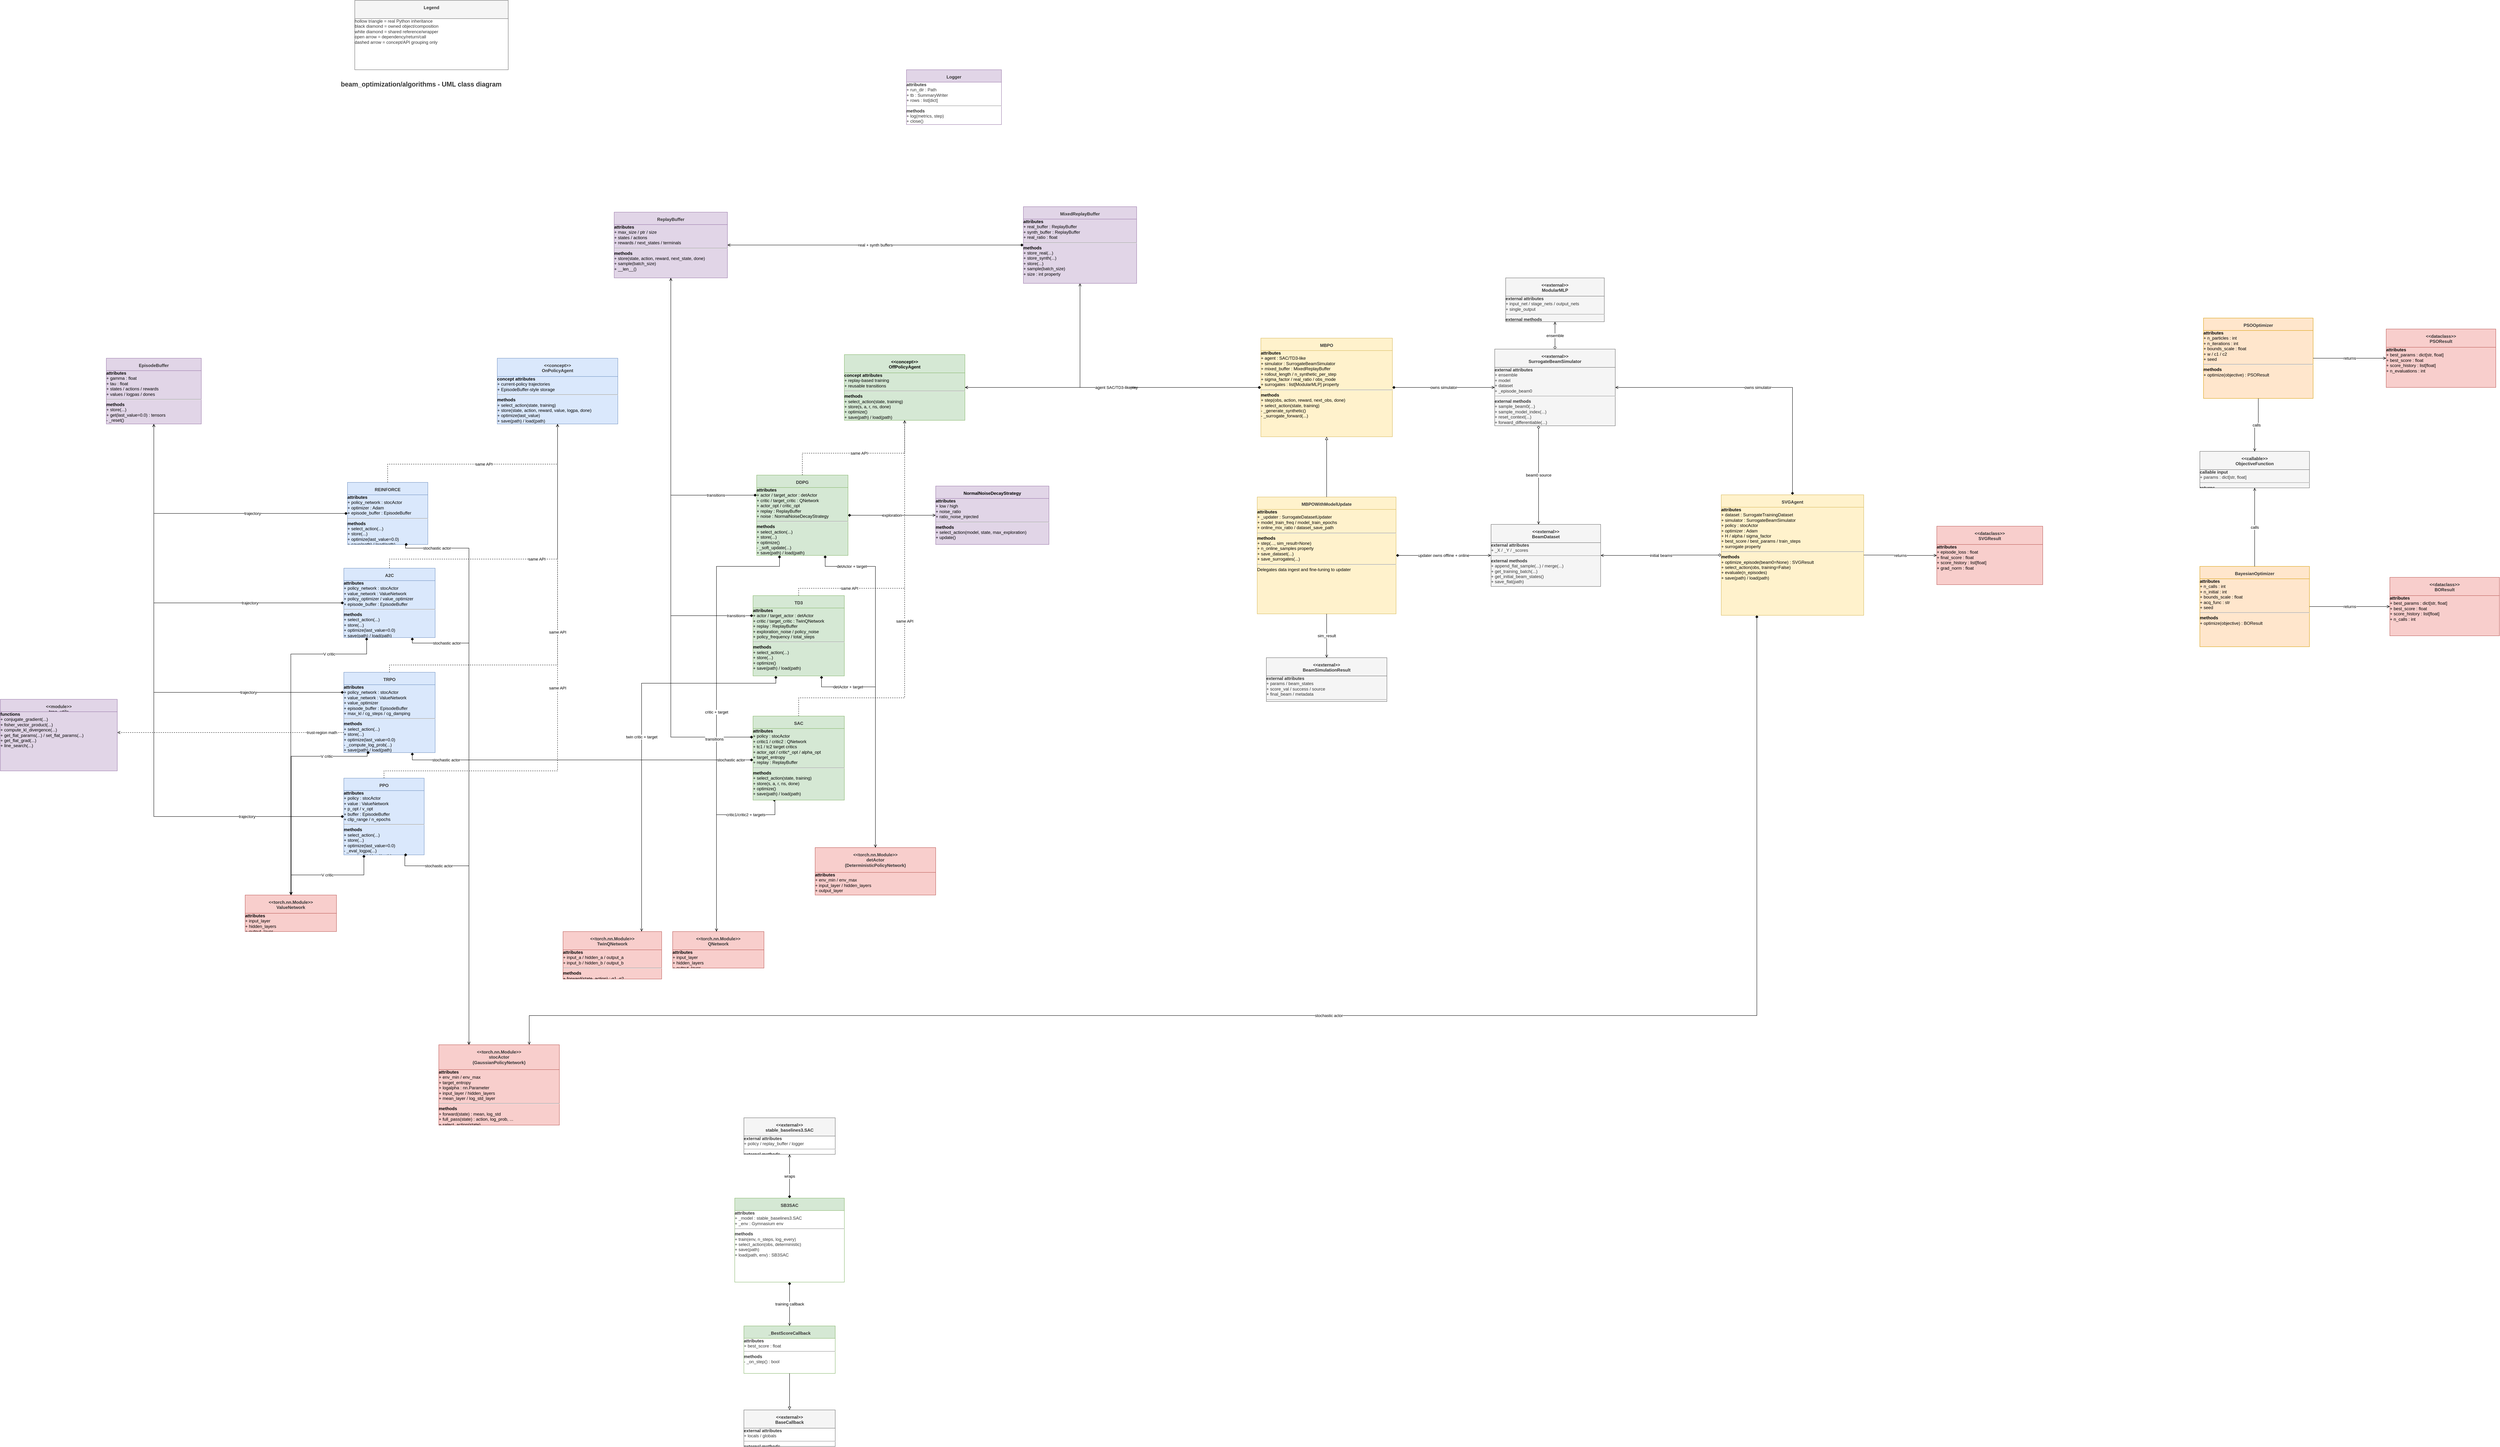
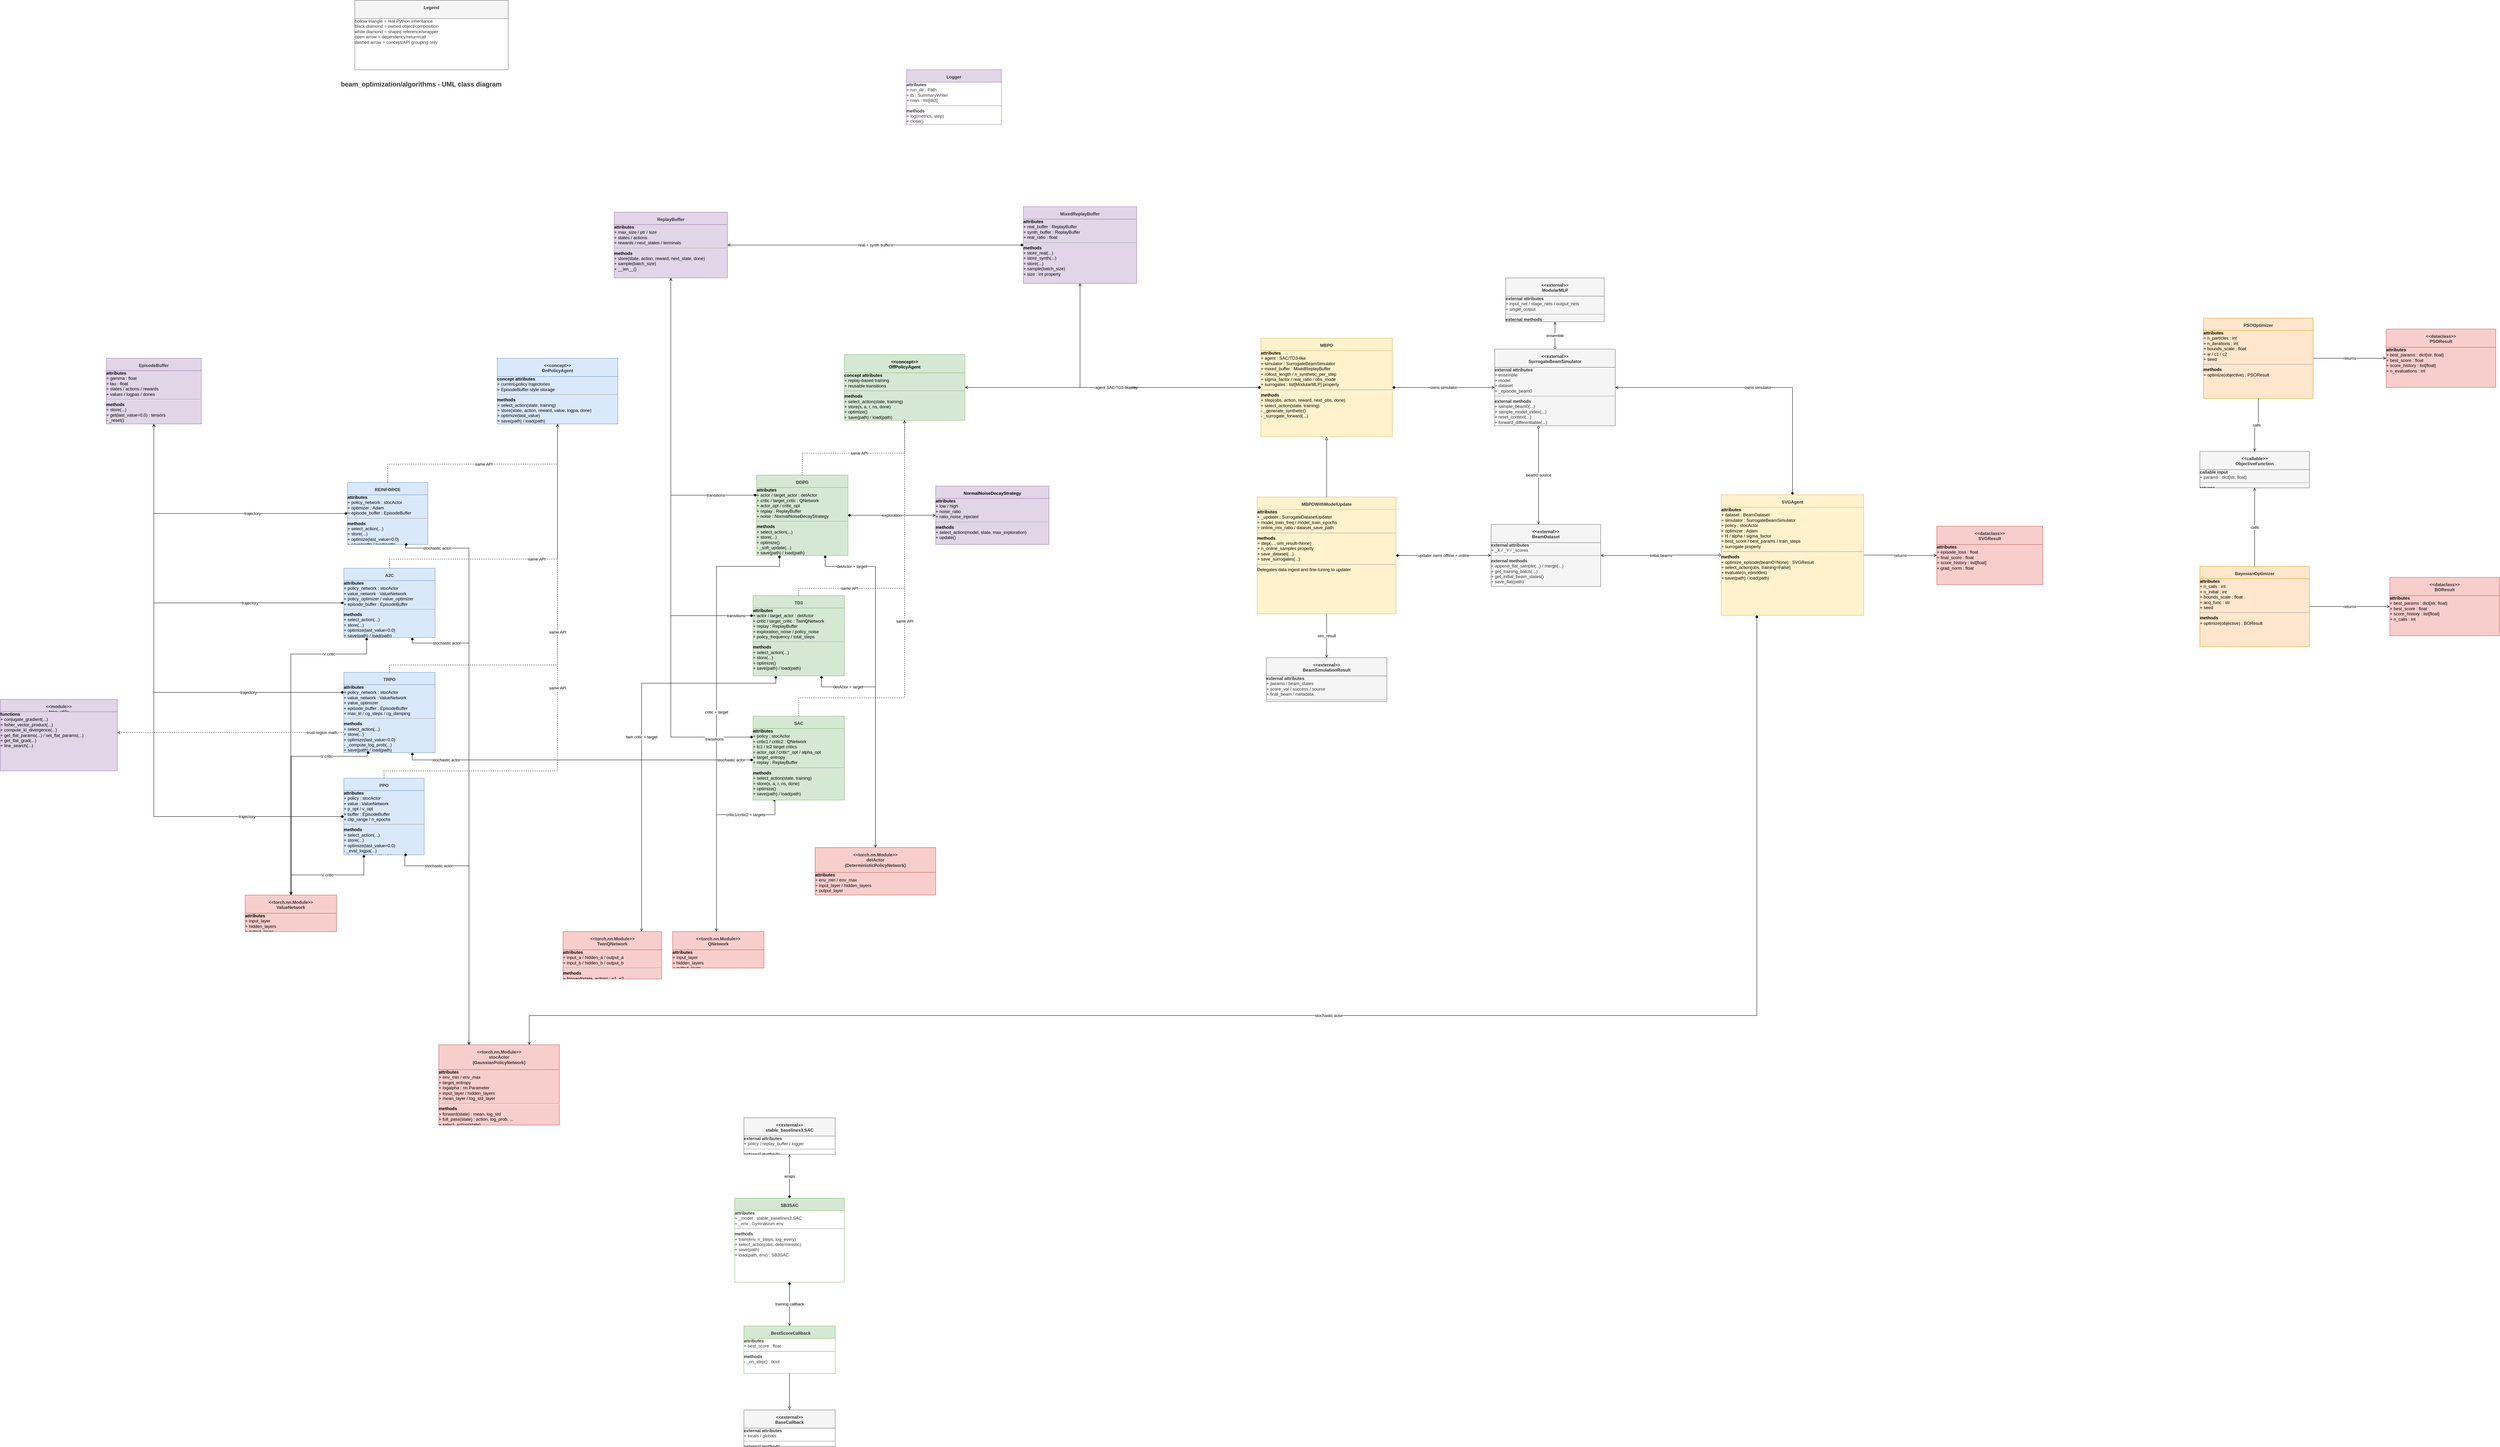
<mxfile host="65bd71144e">
  <diagram id="algorithms-class-diagram" name="Algorithms class diagram">
    <mxGraphModel dx="6020" dy="4347" grid="1" gridSize="10" guides="1" tooltips="1" connect="1" arrows="1" fold="1" page="1" pageScale="1" pageWidth="3900" pageHeight="2500" math="0" shadow="0">
      <root>
        <mxCell id="0" />
        <mxCell id="1" parent="0" />
        <mxCell id="title" value="beam_optimization/algorithms - UML class diagram" style="text;html=1;strokeColor=none;fillColor=none;align=left;verticalAlign=middle;fontSize=18;fontStyle=1;fontColor=#333333;" parent="1" vertex="1">
          <mxGeometry x="-470" y="-700" width="780" height="40" as="geometry" />
        </mxCell>
        <mxCell id="Legend" value="&lt;b&gt;Legend&lt;/b&gt;" style="swimlane;html=1;whiteSpace=wrap;collapsible=0;recursiveResize=0;childLayout=stackLayout;horizontal=1;startSize=50;align=center;verticalAlign=top;spacing=8;fontStyle=1;fillColor=#f5f5f5;strokeColor=#666666;fontSize=12;fontColor=#333333;" parent="1" vertex="1">
          <mxGeometry x="-430" y="-910" width="420" height="190" as="geometry" />
        </mxCell>
        <mxCell id="Legend_body" value="hollow triangle = real Python inheritance&lt;br&gt;black diamond = owned object/composition&lt;br&gt;white diamond = shared reference/wrapper&lt;br&gt;open arrow = dependency/return/call&lt;br&gt;dashed arrow = concept/API grouping only" style="text;html=1;strokeColor=none;fillColor=none;align=left;verticalAlign=top;whiteSpace=wrap;spacing=8;fontSize=12;overflow=fill;fontColor=#333333;" parent="Legend" vertex="1" connectable="0">
          <mxGeometry y="50" width="420" height="140" as="geometry" />
        </mxCell>
        <mxCell id="OnPolicyAgent" value="&amp;lt;&amp;lt;concept&amp;gt;&amp;gt;&lt;br&gt;&lt;b&gt;OnPolicyAgent&lt;/b&gt;" style="swimlane;html=1;whiteSpace=wrap;collapsible=0;recursiveResize=0;childLayout=stackLayout;horizontal=1;startSize=50;align=center;verticalAlign=top;spacing=8;fontStyle=1;fillColor=#dae8fc;strokeColor=#6c8ebf;fontSize=12;fontColor=#333333;" parent="1" vertex="1">
          <mxGeometry x="-40" y="70" width="330" height="180" as="geometry" />
        </mxCell>
        <mxCell id="OnPolicyAgent_body" value="&lt;b&gt;concept attributes&lt;/b&gt;&lt;br&gt;+ current-policy trajectories&lt;br&gt;+ EpisodeBuffer-style storage&lt;br&gt;&lt;hr&gt;&lt;b&gt;methods&lt;/b&gt;&lt;br&gt;+ select_action(state, training)&lt;br&gt;+ store(state, action, reward, value, logpa, done)&lt;br&gt;+ optimize(last_value)&lt;br&gt;+ save(path) / load(path)&lt;br&gt;&lt;i&gt;no common Python base&lt;/i&gt;" style="text;html=1;strokeColor=#6c8ebf;fillColor=#dae8fc;align=left;verticalAlign=top;whiteSpace=wrap;spacing=8;fontSize=12;overflow=fill;" parent="OnPolicyAgent" vertex="1" connectable="0">
          <mxGeometry y="50" width="330" height="130" as="geometry" />
        </mxCell>
        <mxCell id="OffPolicyAgent" value="&amp;lt;&amp;lt;concept&amp;gt;&amp;gt;&lt;br&gt;&lt;b&gt;OffPolicyAgent&lt;/b&gt;" style="swimlane;html=1;whiteSpace=wrap;collapsible=0;recursiveResize=0;childLayout=stackLayout;horizontal=1;startSize=50;align=center;verticalAlign=top;spacing=8;fontStyle=1;fillColor=#d5e8d4;strokeColor=#82b366;fontSize=12;" parent="1" vertex="1">
          <mxGeometry x="910" y="60" width="330" height="180" as="geometry" />
        </mxCell>
        <mxCell id="OffPolicyAgent_body" value="&lt;b&gt;concept attributes&lt;/b&gt;&lt;br&gt;+ replay-based training&lt;br&gt;+ reusable transitions&lt;br&gt;&lt;hr&gt;&lt;b&gt;methods&lt;/b&gt;&lt;br&gt;+ select_action(state, training)&lt;br&gt;+ store(s, a, r, ns, done)&lt;br&gt;+ optimize()&lt;br&gt;+ save(path) / load(path)&lt;br&gt;&lt;i&gt;no common Python base&lt;/i&gt;" style="text;html=1;strokeColor=#82b366;fillColor=#d5e8d4;align=left;verticalAlign=top;whiteSpace=wrap;spacing=8;fontSize=12;overflow=fill;" parent="OffPolicyAgent" vertex="1" connectable="0">
          <mxGeometry y="50" width="330" height="130" as="geometry" />
        </mxCell>
        <mxCell id="REINFORCE" value="&lt;b&gt;REINFORCE&lt;/b&gt;" style="swimlane;html=1;whiteSpace=wrap;collapsible=0;recursiveResize=0;childLayout=stackLayout;horizontal=1;startSize=34;align=center;verticalAlign=top;spacing=8;fontStyle=1;fillColor=#dae8fc;strokeColor=#6c8ebf;fontSize=12;fontColor=#333333;" parent="1" vertex="1">
          <mxGeometry x="-450" y="410" width="220" height="170" as="geometry" />
        </mxCell>
        <mxCell id="REINFORCE_body" value="&lt;b&gt;attributes&lt;/b&gt;&lt;br&gt;+ policy_network : stocActor&lt;br&gt;+ optimizer : Adam&lt;br&gt;+ episode_buffer : EpisodeBuffer&lt;br&gt;&lt;hr&gt;&lt;b&gt;methods&lt;/b&gt;&lt;br&gt;+ select_action(...)&lt;br&gt;+ store(...)&lt;br&gt;+ optimize(last_value=0.0)&lt;br&gt;+ save(path) / load(path)" style="text;html=1;strokeColor=#6c8ebf;fillColor=#dae8fc;align=left;verticalAlign=top;whiteSpace=wrap;spacing=8;fontSize=12;overflow=fill;" parent="REINFORCE" vertex="1" connectable="0">
          <mxGeometry y="34" width="220" height="136" as="geometry" />
        </mxCell>
        <mxCell id="A2C" value="&lt;b&gt;A2C&lt;/b&gt;" style="swimlane;html=1;whiteSpace=wrap;collapsible=0;recursiveResize=0;childLayout=stackLayout;horizontal=1;startSize=34;align=center;verticalAlign=top;spacing=8;fontStyle=1;fillColor=#dae8fc;strokeColor=#6c8ebf;fontSize=12;fontColor=#333333;" parent="1" vertex="1">
          <mxGeometry x="-460" y="645" width="250" height="190" as="geometry" />
        </mxCell>
        <mxCell id="A2C_body" value="&lt;b&gt;attributes&lt;/b&gt;&lt;br&gt;+ policy_network : stocActor&lt;br&gt;+ value_network : ValueNetwork&lt;br&gt;+ policy_optimizer / value_optimizer&lt;br&gt;+ episode_buffer : EpisodeBuffer&lt;br&gt;&lt;hr&gt;&lt;b&gt;methods&lt;/b&gt;&lt;br&gt;+ select_action(...)&lt;br&gt;+ store(...)&lt;br&gt;+ optimize(last_value=0.0)&lt;br&gt;+ save(path) / load(path)" style="text;html=1;strokeColor=#6c8ebf;fillColor=#dae8fc;align=left;verticalAlign=top;whiteSpace=wrap;spacing=8;fontSize=12;overflow=fill;" parent="A2C" vertex="1" connectable="0">
          <mxGeometry y="34" width="250" height="156" as="geometry" />
        </mxCell>
        <mxCell id="PPO" value="&lt;b&gt;PPO&lt;/b&gt;" style="swimlane;html=1;whiteSpace=wrap;collapsible=0;recursiveResize=0;childLayout=stackLayout;horizontal=1;startSize=34;align=center;verticalAlign=top;spacing=8;fontStyle=1;fillColor=#dae8fc;strokeColor=#6c8ebf;fontSize=12;fontColor=#333333;" parent="1" vertex="1">
          <mxGeometry x="-460" y="1220" width="220" height="210" as="geometry" />
        </mxCell>
        <mxCell id="PPO_body" value="&lt;b&gt;attributes&lt;/b&gt;&lt;br&gt;+ policy : stocActor&lt;br&gt;+ value : ValueNetwork&lt;br&gt;+ p_opt / v_opt&lt;br&gt;+ buffer : EpisodeBuffer&lt;br&gt;+ clip_range / n_epochs&lt;br&gt;&lt;hr&gt;&lt;b&gt;methods&lt;/b&gt;&lt;br&gt;+ select_action(...)&lt;br&gt;+ store(...)&lt;br&gt;+ optimize(last_value=0.0)&lt;br&gt;- _eval_logpa(...)&lt;br&gt;+ save(path) / load(path)" style="text;html=1;strokeColor=#6c8ebf;fillColor=#dae8fc;align=left;verticalAlign=top;whiteSpace=wrap;spacing=8;fontSize=12;overflow=fill;" parent="PPO" vertex="1" connectable="0">
          <mxGeometry y="34" width="220" height="176" as="geometry" />
        </mxCell>
        <mxCell id="TRPO" value="&lt;b&gt;TRPO&lt;/b&gt;" style="swimlane;html=1;whiteSpace=wrap;collapsible=0;recursiveResize=0;childLayout=stackLayout;horizontal=1;startSize=34;align=center;verticalAlign=top;spacing=8;fontStyle=1;fillColor=#dae8fc;strokeColor=#6c8ebf;fontSize=12;fontColor=#333333;" parent="1" vertex="1">
          <mxGeometry x="-460" y="930" width="250" height="220" as="geometry" />
        </mxCell>
        <mxCell id="TRPO_body" value="&lt;b&gt;attributes&lt;/b&gt;&lt;br&gt;+ policy_network : stocActor&lt;br&gt;+ value_network : ValueNetwork&lt;br&gt;+ value_optimizer&lt;br&gt;+ episode_buffer : EpisodeBuffer&lt;br&gt;+ max_kl / cg_steps / cg_damping&lt;br&gt;&lt;hr&gt;&lt;b&gt;methods&lt;/b&gt;&lt;br&gt;+ select_action(...)&lt;br&gt;+ store(...)&lt;br&gt;+ optimize(last_value=0.0)&lt;br&gt;- _compute_log_prob(...)&lt;br&gt;+ save(path) / load(path)" style="text;html=1;strokeColor=#6c8ebf;fillColor=#dae8fc;align=left;verticalAlign=top;whiteSpace=wrap;spacing=8;fontSize=12;overflow=fill;" parent="TRPO" vertex="1" connectable="0">
          <mxGeometry y="34" width="250" height="186" as="geometry" />
        </mxCell>
        <mxCell id="DDPG" value="&lt;b&gt;DDPG&lt;/b&gt;" style="swimlane;html=1;whiteSpace=wrap;collapsible=0;recursiveResize=0;childLayout=stackLayout;horizontal=1;startSize=34;align=center;verticalAlign=top;spacing=8;fontStyle=1;fillColor=#d5e8d4;strokeColor=#82b366;fontSize=12;fontColor=#333333;" parent="1" vertex="1">
          <mxGeometry x="670" y="390" width="250" height="220" as="geometry" />
        </mxCell>
        <mxCell id="DDPG_body" value="&lt;b&gt;attributes&lt;/b&gt;&lt;br&gt;+ actor / target_actor : detActor&lt;br&gt;+ critic / target_critic : QNetwork&lt;br&gt;+ actor_opt / critic_opt&lt;br&gt;+ replay : ReplayBuffer&lt;br&gt;+ noise : NormalNoiseDecayStrategy&lt;br&gt;&lt;hr&gt;&lt;b&gt;methods&lt;/b&gt;&lt;br&gt;+ select_action(...)&lt;br&gt;+ store(...)&lt;br&gt;+ optimize()&lt;br&gt;- _soft_update(...)&lt;br&gt;+ save(path) / load(path)" style="text;html=1;strokeColor=#82b366;fillColor=#d5e8d4;align=left;verticalAlign=top;whiteSpace=wrap;spacing=8;fontSize=12;overflow=fill;" parent="DDPG" vertex="1" connectable="0">
          <mxGeometry y="34" width="250" height="186" as="geometry" />
        </mxCell>
        <mxCell id="TD3" value="&lt;b&gt;TD3&lt;/b&gt;" style="swimlane;html=1;whiteSpace=wrap;collapsible=0;recursiveResize=0;childLayout=stackLayout;horizontal=1;startSize=34;align=center;verticalAlign=top;spacing=8;fontStyle=1;fillColor=#d5e8d4;strokeColor=#82b366;fontSize=12;fontColor=#333333;" parent="1" vertex="1">
          <mxGeometry x="660" y="720" width="250" height="220" as="geometry" />
        </mxCell>
        <mxCell id="TD3_body" value="&lt;b&gt;attributes&lt;/b&gt;&lt;br&gt;+ actor / target_actor : detActor&lt;br&gt;+ critic / target_critic : TwinQNetwork&lt;br&gt;+ replay : ReplayBuffer&lt;br&gt;+ exploration_noise / policy_noise&lt;br&gt;+ policy_frequency / total_steps&lt;br&gt;&lt;hr&gt;&lt;b&gt;methods&lt;/b&gt;&lt;br&gt;+ select_action(...)&lt;br&gt;+ store(...)&lt;br&gt;+ optimize()&lt;br&gt;+ save(path) / load(path)" style="text;html=1;strokeColor=#82b366;fillColor=#d5e8d4;align=left;verticalAlign=top;whiteSpace=wrap;spacing=8;fontSize=12;overflow=fill;" parent="TD3" vertex="1" connectable="0">
          <mxGeometry y="34" width="250" height="186" as="geometry" />
        </mxCell>
        <mxCell id="SB3SAC" value="&lt;b&gt;SB3SAC&lt;/b&gt;" style="swimlane;html=1;whiteSpace=wrap;collapsible=0;recursiveResize=0;childLayout=stackLayout;horizontal=1;startSize=34;align=center;verticalAlign=top;spacing=8;fontStyle=1;fillColor=#d5e8d4;strokeColor=#82b366;fontSize=12;fontColor=#333333;" parent="1" vertex="1">
          <mxGeometry x="610" y="2370" width="300" height="230" as="geometry" />
        </mxCell>
        <mxCell id="SB3SAC_body" value="&lt;b&gt;attributes&lt;/b&gt;&lt;br&gt;+ _model : stable_baselines3.SAC&lt;br&gt;+ _env : Gymnasium env&lt;br&gt;&lt;hr&gt;&lt;b&gt;methods&lt;/b&gt;&lt;br&gt;+ train(env, n_steps, log_every)&lt;br&gt;+ select_action(obs, deterministic)&lt;br&gt;+ save(path)&lt;br&gt;+ load(path, env) : SB3SAC" style="text;html=1;strokeColor=none;fillColor=none;align=left;verticalAlign=top;whiteSpace=wrap;spacing=8;fontSize=12;overflow=fill;fontColor=#333333;" parent="SB3SAC" vertex="1" connectable="0">
          <mxGeometry y="34" width="300" height="196" as="geometry" />
        </mxCell>
        <mxCell id="BestScoreCallback" value="&lt;b&gt;_BestScoreCallback&lt;/b&gt;" style="swimlane;html=1;whiteSpace=wrap;collapsible=0;recursiveResize=0;childLayout=stackLayout;horizontal=1;startSize=34;align=center;verticalAlign=top;spacing=8;fontStyle=1;fillColor=#d5e8d4;strokeColor=#82b366;fontSize=12;fontColor=#333333;" parent="1" vertex="1">
          <mxGeometry x="635" y="2720" width="250" height="130" as="geometry" />
        </mxCell>
        <mxCell id="BestScoreCallback_body" value="&lt;b&gt;attributes&lt;/b&gt;&lt;br&gt;+ best_score : float&lt;br&gt;&lt;hr&gt;&lt;b&gt;methods&lt;/b&gt;&lt;br&gt;- _on_step() : bool" style="text;html=1;strokeColor=none;fillColor=none;align=left;verticalAlign=top;whiteSpace=wrap;spacing=8;fontSize=12;overflow=fill;fontColor=#333333;" parent="BestScoreCallback" vertex="1" connectable="0">
          <mxGeometry y="34" width="250" height="96" as="geometry" />
        </mxCell>
        <mxCell id="GaussianPolicyNetwork" value="&amp;lt;&amp;lt;torch.nn.Module&amp;gt;&amp;gt;&lt;br&gt;&lt;b&gt;stocActor&lt;/b&gt;&lt;br&gt;(GaussianPolicyNetwork)" style="swimlane;html=1;whiteSpace=wrap;collapsible=0;recursiveResize=0;childLayout=stackLayout;horizontal=1;startSize=68;align=center;verticalAlign=top;spacing=8;fontStyle=1;fillColor=#f8cecc;strokeColor=#b85450;fontSize=12;fontColor=#333333;" parent="1" vertex="1">
          <mxGeometry x="-200" y="1950" width="330" height="220" as="geometry" />
        </mxCell>
        <mxCell id="GaussianPolicyNetwork_body" value="&lt;b&gt;attributes&lt;/b&gt;&lt;br&gt;+ env_min / env_max&lt;br&gt;+ target_entropy&lt;br&gt;+ logalpha : nn.Parameter&lt;br&gt;+ input_layer / hidden_layers&lt;br&gt;+ mean_layer / log_std_layer&lt;br&gt;&lt;hr&gt;&lt;b&gt;methods&lt;/b&gt;&lt;br&gt;+ forward(state) : mean, log_std&lt;br&gt;+ full_pass(state) : action, log_prob, ...&lt;br&gt;+ select_action(state)&lt;br&gt;+ select_greedy_action(state)" style="text;html=1;strokeColor=#b85450;fillColor=#f8cecc;align=left;verticalAlign=top;whiteSpace=wrap;spacing=8;fontSize=12;overflow=fill;" parent="GaussianPolicyNetwork" vertex="1" connectable="0">
          <mxGeometry y="68" width="330" height="152" as="geometry" />
        </mxCell>
        <mxCell id="DeterministicPolicyNetwork" value="&amp;lt;&amp;lt;torch.nn.Module&amp;gt;&amp;gt;&lt;br&gt;&lt;b&gt;detActor&lt;/b&gt;&lt;br&gt;(DeterministicPolicyNetwork)" style="swimlane;html=1;whiteSpace=wrap;collapsible=0;recursiveResize=0;childLayout=stackLayout;horizontal=1;startSize=68;align=center;verticalAlign=top;spacing=8;fontStyle=1;fillColor=#f8cecc;strokeColor=#b85450;fontSize=12;fontColor=#333333;" parent="1" vertex="1">
          <mxGeometry x="830" y="1410" width="330" height="130" as="geometry" />
        </mxCell>
        <mxCell id="DeterministicPolicyNetwork_body" value="&lt;b&gt;attributes&lt;/b&gt;&lt;br&gt;+ env_min / env_max&lt;br&gt;+ input_layer / hidden_layers&lt;br&gt;+ output_layer&lt;br&gt;&lt;hr&gt;&lt;b&gt;methods&lt;/b&gt;&lt;br&gt;+ forward(state) : Tensor&lt;br&gt;+ select_action(state) : ndarray" style="text;html=1;strokeColor=#b85450;fillColor=#f8cecc;align=left;verticalAlign=top;whiteSpace=wrap;spacing=8;fontSize=12;overflow=fill;" parent="DeterministicPolicyNetwork" vertex="1" connectable="0">
          <mxGeometry y="68" width="330" height="62" as="geometry" />
        </mxCell>
        <mxCell id="ValueNetwork" value="&amp;lt;&amp;lt;torch.nn.Module&amp;gt;&amp;gt;&lt;br&gt;&lt;b&gt;ValueNetwork&lt;/b&gt;" style="swimlane;html=1;whiteSpace=wrap;collapsible=0;recursiveResize=0;childLayout=stackLayout;horizontal=1;startSize=50;align=center;verticalAlign=top;spacing=8;fontStyle=1;fillColor=#f8cecc;strokeColor=#b85450;fontSize=12;fontColor=#333333;" parent="1" vertex="1">
          <mxGeometry x="-730" y="1540" width="250" height="100" as="geometry" />
        </mxCell>
        <mxCell id="ValueNetwork_body" value="&lt;b&gt;attributes&lt;/b&gt;&lt;br&gt;+ input_layer&lt;br&gt;+ hidden_layers&lt;br&gt;+ output_layer&lt;br&gt;&lt;hr&gt;&lt;b&gt;methods&lt;/b&gt;&lt;br&gt;+ forward(state) : Tensor" style="text;html=1;strokeColor=#b85450;fillColor=#f8cecc;align=left;verticalAlign=top;whiteSpace=wrap;spacing=8;fontSize=12;overflow=fill;" parent="ValueNetwork" vertex="1" connectable="0">
          <mxGeometry y="50" width="250" height="50" as="geometry" />
        </mxCell>
        <mxCell id="QNetwork" value="&amp;lt;&amp;lt;torch.nn.Module&amp;gt;&amp;gt;&lt;br&gt;&lt;b&gt;QNetwork&lt;/b&gt;" style="swimlane;html=1;whiteSpace=wrap;collapsible=0;recursiveResize=0;childLayout=stackLayout;horizontal=1;startSize=50;align=center;verticalAlign=top;spacing=8;fontStyle=1;fillColor=#f8cecc;strokeColor=#b85450;fontSize=12;fontColor=#333333;" parent="1" vertex="1">
          <mxGeometry x="440" y="1640" width="250" height="100" as="geometry" />
        </mxCell>
        <mxCell id="QNetwork_body" value="&lt;b&gt;attributes&lt;/b&gt;&lt;br&gt;+ input_layer&lt;br&gt;+ hidden_layers&lt;br&gt;+ output_layer&lt;br&gt;&lt;hr&gt;&lt;b&gt;methods&lt;/b&gt;&lt;br&gt;+ forward(state, action) : Tensor" style="text;html=1;strokeColor=#b85450;fillColor=#f8cecc;align=left;verticalAlign=top;whiteSpace=wrap;spacing=8;fontSize=12;overflow=fill;" parent="QNetwork" vertex="1" connectable="0">
          <mxGeometry y="50" width="250" height="50" as="geometry" />
        </mxCell>
        <mxCell id="TwinQNetwork" value="&amp;lt;&amp;lt;torch.nn.Module&amp;gt;&amp;gt;&lt;br&gt;&lt;b&gt;TwinQNetwork&lt;/b&gt;" style="swimlane;html=1;whiteSpace=wrap;collapsible=0;recursiveResize=0;childLayout=stackLayout;horizontal=1;startSize=50;align=center;verticalAlign=top;spacing=8;fontStyle=1;fillColor=#f8cecc;strokeColor=#b85450;fontSize=12;fontColor=#333333;" parent="1" vertex="1">
          <mxGeometry x="140" y="1640" width="270" height="130" as="geometry" />
        </mxCell>
        <mxCell id="TwinQNetwork_body" value="&lt;b&gt;attributes&lt;/b&gt;&lt;br&gt;+ input_a / hidden_a / output_a&lt;br&gt;+ input_b / hidden_b / output_b&lt;br&gt;&lt;hr&gt;&lt;b&gt;methods&lt;/b&gt;&lt;br&gt;+ forward(state, action) : q1, q2&lt;br&gt;+ Q1(state, action) : Tensor" style="text;html=1;strokeColor=#b85450;fillColor=#f8cecc;align=left;verticalAlign=top;whiteSpace=wrap;spacing=8;fontSize=12;overflow=fill;" parent="TwinQNetwork" vertex="1" connectable="0">
          <mxGeometry y="50" width="270" height="80" as="geometry" />
        </mxCell>
        <mxCell id="EpisodeBuffer" value="&lt;b&gt;EpisodeBuffer&lt;/b&gt;" style="swimlane;html=1;whiteSpace=wrap;collapsible=0;recursiveResize=0;childLayout=stackLayout;horizontal=1;startSize=34;align=center;verticalAlign=top;spacing=8;fontStyle=1;fillColor=#e1d5e7;strokeColor=#9673a6;fontSize=12;fontColor=#333333;" parent="1" vertex="1">
          <mxGeometry x="-1110" y="70" width="260" height="180" as="geometry" />
        </mxCell>
        <mxCell id="EpisodeBuffer_body" value="&lt;b&gt;attributes&lt;/b&gt;&lt;br&gt;+ gamma : float&lt;br&gt;+ tau : float&lt;br&gt;+ states / actions / rewards&lt;br&gt;+ values / logpas / dones&lt;br&gt;&lt;hr&gt;&lt;b&gt;methods&lt;/b&gt;&lt;br&gt;+ store(...)&lt;br&gt;+ get(last_value=0.0) : tensors&lt;br&gt;- _reset()" style="text;html=1;strokeColor=#9673a6;fillColor=#e1d5e7;align=left;verticalAlign=top;whiteSpace=wrap;spacing=8;fontSize=12;overflow=fill;" parent="EpisodeBuffer" vertex="1" connectable="0">
          <mxGeometry y="34" width="260" height="146" as="geometry" />
        </mxCell>
        <mxCell id="ReplayBuffer" value="&lt;b&gt;ReplayBuffer&lt;/b&gt;" style="swimlane;html=1;whiteSpace=wrap;collapsible=0;recursiveResize=0;childLayout=stackLayout;horizontal=1;startSize=34;align=center;verticalAlign=top;spacing=8;fontStyle=1;fillColor=#e1d5e7;strokeColor=#9673a6;fontSize=12;fontColor=#333333;" parent="1" vertex="1">
          <mxGeometry x="280" y="-330" width="310" height="180" as="geometry" />
        </mxCell>
        <mxCell id="ReplayBuffer_body" value="&lt;b&gt;attributes&lt;/b&gt;&lt;br&gt;+ max_size / ptr / size&lt;br&gt;+ states / actions&lt;br&gt;+ rewards / next_states / terminals&lt;br&gt;&lt;hr&gt;&lt;b&gt;methods&lt;/b&gt;&lt;br&gt;+ store(state, action, reward, next_state, done)&lt;br&gt;+ sample(batch_size)&lt;br&gt;+ __len__()" style="text;html=1;strokeColor=#9673a6;fillColor=#e1d5e7;align=left;verticalAlign=top;whiteSpace=wrap;spacing=8;fontSize=12;overflow=fill;" parent="ReplayBuffer" vertex="1" connectable="0">
          <mxGeometry y="34" width="310" height="146" as="geometry" />
        </mxCell>
        <mxCell id="MixedReplayBuffer" value="&lt;b&gt;MixedReplayBuffer&lt;/b&gt;" style="swimlane;html=1;whiteSpace=wrap;collapsible=0;recursiveResize=0;childLayout=stackLayout;horizontal=1;startSize=34;align=center;verticalAlign=top;spacing=8;fontStyle=1;fillColor=#e1d5e7;strokeColor=#9673a6;fontSize=12;fontColor=#333333;" parent="1" vertex="1">
          <mxGeometry x="1400" y="-345" width="310" height="210" as="geometry" />
        </mxCell>
        <mxCell id="MixedReplayBuffer_body" value="&lt;b&gt;attributes&lt;/b&gt;&lt;br&gt;+ real_buffer : ReplayBuffer&lt;br&gt;+ synth_buffer : ReplayBuffer&lt;br&gt;+ real_ratio : float&lt;br&gt;&lt;hr&gt;&lt;b&gt;methods&lt;/b&gt;&lt;br&gt;+ store_real(...)&lt;br&gt;+ store_synth(...)&lt;br&gt;+ store(...)&lt;br&gt;+ sample(batch_size)&lt;br&gt;+ size : int property" style="text;html=1;strokeColor=#9673a6;fillColor=#e1d5e7;align=left;verticalAlign=top;whiteSpace=wrap;spacing=8;fontSize=12;overflow=fill;" parent="MixedReplayBuffer" vertex="1" connectable="0">
          <mxGeometry y="34" width="310" height="176" as="geometry" />
        </mxCell>
        <mxCell id="NormalNoiseDecayStrategy" value="&lt;b&gt;NormalNoiseDecayStrategy&lt;/b&gt;" style="swimlane;html=1;whiteSpace=wrap;collapsible=0;recursiveResize=0;childLayout=stackLayout;horizontal=1;startSize=34;align=center;verticalAlign=top;spacing=8;fontStyle=1;fillColor=#e1d5e7;strokeColor=#9673a6;fontSize=12;" parent="1" vertex="1">
          <mxGeometry x="1160" y="420" width="310" height="160" as="geometry" />
        </mxCell>
        <mxCell id="NormalNoiseDecayStrategy_body" value="&lt;b&gt;attributes&lt;/b&gt;&lt;br&gt;+ low / high&lt;br&gt;+ noise_ratio&lt;br&gt;+ ratio_noise_injected&lt;br&gt;&lt;hr&gt;&lt;b&gt;methods&lt;/b&gt;&lt;br&gt;+ select_action(model, state, max_exploration)&lt;br&gt;+ update()" style="text;html=1;strokeColor=#9673a6;fillColor=#e1d5e7;align=left;verticalAlign=top;whiteSpace=wrap;spacing=8;fontSize=12;overflow=fill;" parent="NormalNoiseDecayStrategy" vertex="1" connectable="0">
          <mxGeometry y="34" width="310" height="126" as="geometry" />
        </mxCell>
        <mxCell id="Logger" value="&lt;b&gt;Logger&lt;/b&gt;" style="swimlane;html=1;whiteSpace=wrap;collapsible=0;recursiveResize=0;childLayout=stackLayout;horizontal=1;startSize=34;align=center;verticalAlign=top;spacing=8;fontStyle=1;fillColor=#e1d5e7;strokeColor=#9673a6;fontSize=12;fontColor=#333333;" parent="1" vertex="1">
          <mxGeometry x="1080" y="-720" width="260" height="150" as="geometry" />
        </mxCell>
        <mxCell id="Logger_body" value="&lt;b&gt;attributes&lt;/b&gt;&lt;br&gt;+ run_dir : Path&lt;br&gt;+ tb : SummaryWriter&lt;br&gt;+ rows : list[dict]&lt;br&gt;&lt;hr&gt;&lt;b&gt;methods&lt;/b&gt;&lt;br&gt;+ log(metrics, step)&lt;br&gt;+ close()" style="text;html=1;strokeColor=none;fillColor=none;align=left;verticalAlign=top;whiteSpace=wrap;spacing=8;fontSize=12;overflow=fill;fontColor=#333333;" parent="Logger" vertex="1" connectable="0">
          <mxGeometry y="34" width="260" height="116" as="geometry" />
        </mxCell>
        <mxCell id="MBPO" value="&lt;b&gt;MBPO&lt;/b&gt;" style="swimlane;html=1;whiteSpace=wrap;collapsible=0;recursiveResize=0;childLayout=stackLayout;horizontal=1;startSize=34;align=center;verticalAlign=top;spacing=8;fontStyle=1;fillColor=#fff2cc;strokeColor=#d6b656;fontSize=12;fontColor=#333333;" parent="1" vertex="1">
          <mxGeometry x="2050" y="15" width="360" height="270" as="geometry" />
        </mxCell>
        <mxCell id="MBPO_body" value="&lt;b&gt;attributes&lt;/b&gt;&lt;br&gt;+ agent : SAC/TD3-like&lt;br&gt;+ simulator : SurrogateBeamSimulator&lt;br&gt;+ mixed_buffer : MixedReplayBuffer&lt;br&gt;+ rollout_length / n_synthetic_per_step&lt;br&gt;+ sigma_factor / real_ratio / obs_mode&lt;br&gt;+ surrogates : list[ModularMLP] property&lt;br&gt;&lt;hr&gt;&lt;b&gt;methods&lt;/b&gt;&lt;br&gt;+ step(obs, action, reward, next_obs, done)&lt;br&gt;+ select_action(state, training)&lt;br&gt;- _generate_synthetic()&lt;br&gt;- _surrogate_forward(...)" style="text;html=1;strokeColor=#d6b656;fillColor=#fff2cc;align=left;verticalAlign=top;whiteSpace=wrap;spacing=8;fontSize=12;overflow=fill;" parent="MBPO" vertex="1" connectable="0">
          <mxGeometry y="34" width="360" height="236" as="geometry" />
        </mxCell>
        <mxCell id="MBPOWithModelUpdate" value="&lt;b&gt;MBPOWithModelUpdate&lt;/b&gt;" style="swimlane;html=1;whiteSpace=wrap;collapsible=0;recursiveResize=0;childLayout=stackLayout;horizontal=1;startSize=34;align=center;verticalAlign=top;spacing=8;fontStyle=1;fillColor=#fff2cc;strokeColor=#d6b656;fontSize=12;fontColor=#333333;" parent="1" vertex="1">
          <mxGeometry x="2040" y="450" width="380" height="320" as="geometry" />
        </mxCell>
        <mxCell id="MBPOWithModelUpdate_body" value="&lt;b&gt;attributes&lt;/b&gt;&lt;br&gt;+ _updater : SurrogateDatasetUpdater&lt;br&gt;+ model_train_freq / model_train_epochs&lt;br&gt;+ online_mix_ratio / dataset_save_path&lt;br&gt;&lt;hr&gt;&lt;b&gt;methods&lt;/b&gt;&lt;br&gt;+ step(..., sim_result=None)&lt;br&gt;+ n_online_samples property&lt;br&gt;+ save_dataset(...)&lt;br&gt;+ save_surrogates(...)&lt;br&gt;&lt;hr&gt;Delegates data ingest and fine-tuning to updater" style="text;html=1;strokeColor=#d6b656;fillColor=#fff2cc;align=left;verticalAlign=top;whiteSpace=wrap;spacing=8;fontSize=12;overflow=fill;" parent="MBPOWithModelUpdate" vertex="1" connectable="0">
          <mxGeometry y="34" width="380" height="286" as="geometry" />
        </mxCell>
        <mxCell id="SVGAgent" value="&lt;b&gt;SVGAgent&lt;/b&gt;" style="swimlane;html=1;whiteSpace=wrap;collapsible=0;recursiveResize=0;childLayout=stackLayout;horizontal=1;startSize=34;align=center;verticalAlign=top;spacing=8;fontStyle=1;fillColor=#fff2cc;strokeColor=#d6b656;fontSize=12;fontColor=#333333;" parent="1" vertex="1">
          <mxGeometry x="3310" y="444" width="390" height="330" as="geometry" />
        </mxCell>
-         <mxCell id="SVGAgent_body" value="&lt;b&gt;attributes&lt;/b&gt;&lt;br&gt;+ dataset : SurrogateTrainingDataset&lt;br&gt;+ simulator : SurrogateBeamSimulator&lt;br&gt;+ policy : stocActor&lt;br&gt;+ optimizer : Adam&lt;br&gt;+ H / alpha / sigma_factor&lt;br&gt;+ best_score / best_params / train_steps&lt;br&gt;+ surrogate property&lt;br&gt;&lt;hr&gt;&lt;b&gt;methods&lt;/b&gt;&lt;br&gt;+ optimize_episode(beam0=None) : SVGResult&lt;br&gt;+ select_action(obs, training=False)&lt;br&gt;+ evaluate(n_episodes)&lt;br&gt;+ save(path) / load(path)" style="text;html=1;strokeColor=#d6b656;fillColor=#fff2cc;align=left;verticalAlign=top;whiteSpace=wrap;spacing=8;fontSize=12;overflow=fill;" parent="SVGAgent" vertex="1" connectable="0">
+         <mxCell id="SVGAgent_body" value="&lt;b&gt;attributes&lt;/b&gt;&lt;br&gt;+ dataset : BeamDataset&lt;br&gt;+ simulator : SurrogateBeamSimulator&lt;br&gt;+ policy : stocActor&lt;br&gt;+ optimizer : Adam&lt;br&gt;+ H / alpha / sigma_factor&lt;br&gt;+ best_score / best_params / train_steps&lt;br&gt;+ surrogate property&lt;br&gt;&lt;hr&gt;&lt;b&gt;methods&lt;/b&gt;&lt;br&gt;+ optimize_episode(beam0=None) : SVGResult&lt;br&gt;+ select_action(obs, training=False)&lt;br&gt;+ evaluate(n_episodes)&lt;br&gt;+ save(path) / load(path)" style="text;html=1;strokeColor=#d6b656;fillColor=#fff2cc;align=left;verticalAlign=top;whiteSpace=wrap;spacing=8;fontSize=12;overflow=fill;" parent="SVGAgent" vertex="1" connectable="0">
          <mxGeometry y="34" width="390" height="296" as="geometry" />
        </mxCell>
        <mxCell id="SVGResult" value="&amp;lt;&amp;lt;dataclass&amp;gt;&amp;gt;&lt;br&gt;&lt;b&gt;SVGResult&lt;/b&gt;" style="swimlane;html=1;whiteSpace=wrap;collapsible=0;recursiveResize=0;childLayout=stackLayout;horizontal=1;startSize=50;align=center;verticalAlign=top;spacing=8;fontStyle=1;fillColor=#f8cecc;strokeColor=#b85450;fontSize=12;fontColor=#333333;" parent="1" vertex="1">
          <mxGeometry x="3900" y="530" width="290" height="160" as="geometry" />
        </mxCell>
        <mxCell id="SVGResult_body" value="&lt;b&gt;attributes&lt;/b&gt;&lt;br&gt;+ episode_loss : float&lt;br&gt;+ final_score : float&lt;br&gt;+ score_history : list[float]&lt;br&gt;+ grad_norm : float" style="text;html=1;strokeColor=#b85450;fillColor=#f8cecc;align=left;verticalAlign=top;whiteSpace=wrap;spacing=8;fontSize=12;overflow=fill;" parent="SVGResult" vertex="1" connectable="0">
          <mxGeometry y="50" width="290" height="110" as="geometry" />
        </mxCell>
        <mxCell id="SurrogateBeamSimulator" value="&amp;lt;&amp;lt;external&amp;gt;&amp;gt;&lt;br&gt;&lt;b&gt;SurrogateBeamSimulator&lt;/b&gt;" style="swimlane;html=1;whiteSpace=wrap;collapsible=0;recursiveResize=0;childLayout=stackLayout;horizontal=1;startSize=50;align=center;verticalAlign=top;spacing=8;fontStyle=1;fillColor=#f5f5f5;strokeColor=#666666;fontSize=12;fontColor=#333333;" parent="1" vertex="1">
          <mxGeometry x="2690" y="45" width="330" height="210" as="geometry" />
        </mxCell>
        <mxCell id="SurrogateBeamSimulator_body" value="&lt;b&gt;external attributes&lt;/b&gt;&lt;br&gt;+ ensemble&lt;br&gt;+ model&lt;br&gt;+ dataset&lt;br&gt;+ _episode_beam0&lt;br&gt;&lt;hr&gt;&lt;b&gt;external methods&lt;/b&gt;&lt;br&gt;+ sample_beam0(...)&lt;br&gt;+ sample_model_index(...)&lt;br&gt;+ reset_context(...)&lt;br&gt;+ forward_differentiable(...)&lt;br&gt;+ simulate(params)" style="text;html=1;strokeColor=#666666;fillColor=#f5f5f5;align=left;verticalAlign=top;whiteSpace=wrap;spacing=8;fontSize=12;overflow=fill;fontColor=#333333;" parent="SurrogateBeamSimulator" vertex="1" connectable="0">
          <mxGeometry y="50" width="330" height="160" as="geometry" />
        </mxCell>
        <mxCell id="ModularMLP" value="&amp;lt;&amp;lt;external&amp;gt;&amp;gt;&lt;br&gt;&lt;b&gt;ModularMLP&lt;/b&gt;" style="swimlane;html=1;whiteSpace=wrap;collapsible=0;recursiveResize=0;childLayout=stackLayout;horizontal=1;startSize=50;align=center;verticalAlign=top;spacing=8;fontStyle=1;fillColor=#f5f5f5;strokeColor=#666666;fontSize=12;fontColor=#333333;" parent="1" vertex="1">
          <mxGeometry x="2720" y="-150" width="270" height="120" as="geometry" />
        </mxCell>
        <mxCell id="ModularMLP_body" value="&lt;b&gt;external attributes&lt;/b&gt;&lt;br&gt;+ input_net / stage_nets / output_nets&lt;br&gt;+ single_output&lt;br&gt;&lt;hr&gt;&lt;b&gt;external methods&lt;/b&gt;&lt;br&gt;+ forward(stage_params, beam0)&lt;br&gt;+ save(path)&lt;br&gt;+ load(path)" style="text;html=1;strokeColor=#666666;fillColor=#f5f5f5;align=left;verticalAlign=top;whiteSpace=wrap;spacing=8;fontSize=12;overflow=fill;fontColor=#333333;" parent="ModularMLP" vertex="1" connectable="0">
          <mxGeometry y="50" width="270" height="70" as="geometry" />
        </mxCell>
-         <mxCell id="SurrogateTrainingDataset" value="&amp;lt;&amp;lt;external&amp;gt;&amp;gt;&lt;br&gt;&lt;b&gt;BeamDataset&lt;/b&gt;" style="swimlane;html=1;whiteSpace=wrap;collapsible=0;recursiveResize=0;childLayout=stackLayout;horizontal=1;startSize=50;align=center;verticalAlign=top;spacing=8;fontStyle=1;fillColor=#f5f5f5;strokeColor=#666666;fontSize=12;fontColor=#333333;" parent="1" vertex="1">
+         <mxCell id="BeamDataset" value="&amp;lt;&amp;lt;external&amp;gt;&amp;gt;&lt;br&gt;&lt;b&gt;BeamDataset&lt;/b&gt;" style="swimlane;html=1;whiteSpace=wrap;collapsible=0;recursiveResize=0;childLayout=stackLayout;horizontal=1;startSize=50;align=center;verticalAlign=top;spacing=8;fontStyle=1;fillColor=#f5f5f5;strokeColor=#666666;fontSize=12;fontColor=#333333;" parent="1" vertex="1">
          <mxGeometry x="2680" y="525" width="300" height="170" as="geometry" />
        </mxCell>
-         <mxCell id="SurrogateTrainingDataset_body" value="&lt;b&gt;external attributes&lt;/b&gt;&lt;br&gt;+ _X / _Y / _scores&lt;br&gt;&lt;hr&gt;&lt;b&gt;external methods&lt;/b&gt;&lt;br&gt;+ append_flat_sample(...) / merge(...)&lt;br&gt;+ get_training_batch(...)&lt;br&gt;+ get_initial_beam_states()&lt;br&gt;+ save_flat(path)&lt;br&gt;&lt;hr&gt;&lt;b&gt;alias&lt;/b&gt;&lt;br&gt;SurrogateTrainingDataset" style="text;html=1;strokeColor=#666666;fillColor=#f5f5f5;align=left;verticalAlign=top;whiteSpace=wrap;spacing=8;fontSize=12;overflow=fill;fontColor=#333333;" parent="SurrogateTrainingDataset" vertex="1" connectable="0">
+         <mxCell id="BeamDataset_body" value="&lt;b&gt;external attributes&lt;/b&gt;&lt;br&gt;+ _X / _Y / _scores&lt;br&gt;&lt;hr&gt;&lt;b&gt;external methods&lt;/b&gt;&lt;br&gt;+ append_flat_sample(...) / merge(...)&lt;br&gt;+ get_training_batch(...)&lt;br&gt;+ get_initial_beam_states()&lt;br&gt;+ save_flat(path)&lt;br&gt;&lt;hr&gt;&lt;b&gt;legacy alias&lt;/b&gt;&lt;br&gt;SurrogateTrainingDataset = BeamDataset" style="text;html=1;strokeColor=#666666;fillColor=#f5f5f5;align=left;verticalAlign=top;whiteSpace=wrap;spacing=8;fontSize=12;overflow=fill;fontColor=#333333;" parent="BeamDataset" vertex="1" connectable="0">
          <mxGeometry y="50" width="300" height="120" as="geometry" />
        </mxCell>
        <mxCell id="BeamSimulationResult" value="&amp;lt;&amp;lt;external&amp;gt;&amp;gt;&lt;br&gt;&lt;b&gt;BeamSimulationResult&lt;/b&gt;" style="swimlane;html=1;whiteSpace=wrap;collapsible=0;recursiveResize=0;childLayout=stackLayout;horizontal=1;startSize=50;align=center;verticalAlign=top;spacing=8;fontStyle=1;fillColor=#f5f5f5;strokeColor=#666666;fontSize=12;fontColor=#333333;" parent="1" vertex="1">
          <mxGeometry x="2065" y="890" width="330" height="120" as="geometry" />
        </mxCell>
        <mxCell id="BeamSimulationResult_body" value="&lt;b&gt;external attributes&lt;/b&gt;&lt;br&gt;+ params / beam_states&lt;br&gt;+ score_val / success / source&lt;br&gt;+ final_beam / metadata&lt;br&gt;&lt;hr&gt;&lt;b&gt;use&lt;/b&gt;&lt;br&gt;source=&amp;quot;tracewin&amp;quot; feeds online dataset" style="text;html=1;strokeColor=#666666;fillColor=#f5f5f5;align=left;verticalAlign=top;whiteSpace=wrap;spacing=8;fontSize=12;overflow=fill;fontColor=#333333;" parent="BeamSimulationResult" vertex="1" connectable="0">
          <mxGeometry y="50" width="330" height="70" as="geometry" />
        </mxCell>
        <mxCell id="ObjectiveFunction" value="&amp;lt;&amp;lt;callable&amp;gt;&amp;gt;&lt;br&gt;&lt;b&gt;ObjectiveFunction&lt;/b&gt;" style="swimlane;html=1;whiteSpace=wrap;collapsible=0;recursiveResize=0;childLayout=stackLayout;horizontal=1;startSize=50;align=center;verticalAlign=top;spacing=8;fontStyle=1;fillColor=#f5f5f5;strokeColor=#666666;fontSize=12;fontColor=#333333;" parent="1" vertex="1">
          <mxGeometry x="4620" y="325" width="300" height="100" as="geometry" />
        </mxCell>
        <mxCell id="ObjectiveFunction_body" value="&lt;b&gt;callable input&lt;/b&gt;&lt;br&gt;+ params : dict[str, float]&lt;br&gt;&lt;hr&gt;&lt;b&gt;returns&lt;/b&gt;&lt;br&gt;+ score : float" style="text;html=1;strokeColor=#666666;fillColor=#f5f5f5;align=left;verticalAlign=top;whiteSpace=wrap;spacing=8;fontSize=12;overflow=fill;fontColor=#333333;" parent="ObjectiveFunction" vertex="1" connectable="0">
          <mxGeometry y="50" width="300" height="50" as="geometry" />
        </mxCell>
        <mxCell id="PSOOptimizer" value="&lt;b&gt;PSOOptimizer&lt;/b&gt;" style="swimlane;html=1;whiteSpace=wrap;collapsible=0;recursiveResize=0;childLayout=stackLayout;horizontal=1;startSize=34;align=center;verticalAlign=top;spacing=8;fontStyle=1;fillColor=#ffe6cc;strokeColor=#d79b00;fontSize=12;fontColor=#333333;" parent="1" vertex="1">
          <mxGeometry x="4630" y="-40" width="300" height="220" as="geometry" />
        </mxCell>
        <mxCell id="PSOOptimizer_body" value="&lt;b&gt;attributes&lt;/b&gt;&lt;br&gt;+ n_particles : int&lt;br&gt;+ n_iterations : int&lt;br&gt;+ bounds_scale : float&lt;br&gt;+ w / c1 / c2&lt;br&gt;+ seed&lt;br&gt;&lt;hr&gt;&lt;b&gt;methods&lt;/b&gt;&lt;br&gt;+ optimize(objective) : PSOResult" style="text;html=1;strokeColor=#d79b00;fillColor=#ffe6cc;align=left;verticalAlign=top;whiteSpace=wrap;spacing=8;fontSize=12;overflow=fill;" parent="PSOOptimizer" vertex="1" connectable="0">
          <mxGeometry y="34" width="300" height="186" as="geometry" />
        </mxCell>
        <mxCell id="PSOResult" value="&amp;lt;&amp;lt;dataclass&amp;gt;&amp;gt;&lt;br&gt;&lt;b&gt;PSOResult&lt;/b&gt;" style="swimlane;html=1;whiteSpace=wrap;collapsible=0;recursiveResize=0;childLayout=stackLayout;horizontal=1;startSize=50;align=center;verticalAlign=top;spacing=8;fontStyle=1;fillColor=#f8cecc;strokeColor=#b85450;fontSize=12;fontColor=#333333;" parent="1" vertex="1">
          <mxGeometry x="5130" y="-10" width="300" height="160" as="geometry" />
        </mxCell>
        <mxCell id="PSOResult_body" value="&lt;b&gt;attributes&lt;/b&gt;&lt;br&gt;+ best_params : dict[str, float]&lt;br&gt;+ best_score : float&lt;br&gt;+ score_history : list[float]&lt;br&gt;+ n_evaluations : int" style="text;html=1;strokeColor=#b85450;fillColor=#f8cecc;align=left;verticalAlign=top;whiteSpace=wrap;spacing=8;fontSize=12;overflow=fill;" parent="PSOResult" vertex="1" connectable="0">
          <mxGeometry y="50" width="300" height="110" as="geometry" />
        </mxCell>
        <mxCell id="BayesianOptimizer" value="&lt;b&gt;BayesianOptimizer&lt;/b&gt;" style="swimlane;html=1;whiteSpace=wrap;collapsible=0;recursiveResize=0;childLayout=stackLayout;horizontal=1;startSize=34;align=center;verticalAlign=top;spacing=8;fontStyle=1;fillColor=#ffe6cc;strokeColor=#d79b00;fontSize=12;fontColor=#333333;" parent="1" vertex="1">
          <mxGeometry x="4620" y="640" width="300" height="220" as="geometry" />
        </mxCell>
        <mxCell id="BayesianOptimizer_body" value="&lt;b&gt;attributes&lt;/b&gt;&lt;br&gt;+ n_calls : int&lt;br&gt;+ n_initial : int&lt;br&gt;+ bounds_scale : float&lt;br&gt;+ acq_func : str&lt;br&gt;+ seed&lt;br&gt;&lt;hr&gt;&lt;b&gt;methods&lt;/b&gt;&lt;br&gt;+ optimize(objective) : BOResult" style="text;html=1;strokeColor=#d79b00;fillColor=#ffe6cc;align=left;verticalAlign=top;whiteSpace=wrap;spacing=8;fontSize=12;overflow=fill;" parent="BayesianOptimizer" vertex="1" connectable="0">
          <mxGeometry y="34" width="300" height="186" as="geometry" />
        </mxCell>
        <mxCell id="BOResult" value="&amp;lt;&amp;lt;dataclass&amp;gt;&amp;gt;&lt;br&gt;&lt;b&gt;BOResult&lt;/b&gt;" style="swimlane;html=1;whiteSpace=wrap;collapsible=0;recursiveResize=0;childLayout=stackLayout;horizontal=1;startSize=50;align=center;verticalAlign=top;spacing=8;fontStyle=1;fillColor=#f8cecc;strokeColor=#b85450;fontSize=12;fontColor=#333333;" parent="1" vertex="1">
          <mxGeometry x="5140" y="670" width="300" height="160" as="geometry" />
        </mxCell>
        <mxCell id="BOResult_body" value="&lt;b&gt;attributes&lt;/b&gt;&lt;br&gt;+ best_params : dict[str, float]&lt;br&gt;+ best_score : float&lt;br&gt;+ score_history : list[float]&lt;br&gt;+ n_calls : int" style="text;html=1;strokeColor=#b85450;fillColor=#f8cecc;align=left;verticalAlign=top;whiteSpace=wrap;spacing=8;fontSize=12;overflow=fill;" parent="BOResult" vertex="1" connectable="0">
          <mxGeometry y="50" width="300" height="110" as="geometry" />
        </mxCell>
        <mxCell id="StableBaselinesSAC" value="&amp;lt;&amp;lt;external&amp;gt;&amp;gt;&lt;br&gt;&lt;b&gt;stable_baselines3.SAC&lt;/b&gt;" style="swimlane;html=1;whiteSpace=wrap;collapsible=0;recursiveResize=0;childLayout=stackLayout;horizontal=1;startSize=50;align=center;verticalAlign=top;spacing=8;fontStyle=1;fillColor=#f5f5f5;strokeColor=#666666;fontSize=12;fontColor=#333333;" parent="1" vertex="1">
          <mxGeometry x="635" y="2150" width="250" height="100" as="geometry" />
        </mxCell>
        <mxCell id="StableBaselinesSAC_body" value="&lt;b&gt;external attributes&lt;/b&gt;&lt;br&gt;+ policy / replay_buffer / logger&lt;br&gt;&lt;hr&gt;&lt;b&gt;external methods&lt;/b&gt;&lt;br&gt;+ learn(...)&lt;br&gt;+ predict(...)&lt;br&gt;+ save(...) / load(...)" style="text;html=1;strokeColor=none;fillColor=none;align=left;verticalAlign=top;whiteSpace=wrap;spacing=8;fontSize=12;overflow=fill;fontColor=#333333;" parent="StableBaselinesSAC" vertex="1" connectable="0">
          <mxGeometry y="50" width="250" height="50" as="geometry" />
        </mxCell>
        <mxCell id="BaseCallback" value="&amp;lt;&amp;lt;external&amp;gt;&amp;gt;&lt;br&gt;&lt;b&gt;BaseCallback&lt;/b&gt;" style="swimlane;html=1;whiteSpace=wrap;collapsible=0;recursiveResize=0;childLayout=stackLayout;horizontal=1;startSize=50;align=center;verticalAlign=top;spacing=8;fontStyle=1;fillColor=#f5f5f5;strokeColor=#666666;fontSize=12;fontColor=#333333;" parent="1" vertex="1">
          <mxGeometry x="635" y="2950" width="250" height="100" as="geometry" />
        </mxCell>
        <mxCell id="BaseCallback_body" value="&lt;b&gt;external attributes&lt;/b&gt;&lt;br&gt;+ locals / globals&lt;br&gt;&lt;hr&gt;&lt;b&gt;external methods&lt;/b&gt;&lt;br&gt;+ _on_step() : bool" style="text;html=1;strokeColor=none;fillColor=none;align=left;verticalAlign=top;whiteSpace=wrap;spacing=8;fontSize=12;overflow=fill;fontColor=#333333;" parent="BaseCallback" vertex="1" connectable="0">
          <mxGeometry y="50" width="250" height="50" as="geometry" />
        </mxCell>
        <mxCell id="api_on_1" value="same API" style="endArrow=open;dashed=1;html=1;rounded=0;edgeStyle=orthogonalEdgeStyle;exitX=0.5;exitY=0;exitDx=0;exitDy=0;" parent="1" source="REINFORCE" target="OnPolicyAgent" edge="1">
          <mxGeometry relative="1" as="geometry">
            <Array as="points">
              <mxPoint x="-340" y="360" />
              <mxPoint x="125" y="360" />
            </Array>
          </mxGeometry>
        </mxCell>
        <mxCell id="api_on_2" value="same API" style="endArrow=open;dashed=1;html=1;rounded=0;edgeStyle=orthogonalEdgeStyle;exitX=0.5;exitY=0;exitDx=0;exitDy=0;" parent="1" source="A2C" target="OnPolicyAgent" edge="1">
          <mxGeometry relative="1" as="geometry">
            <mxPoint x="-335" y="644.9999999999995" as="sourcePoint" />
            <mxPoint x="125" y="249.99999999999955" as="targetPoint" />
            <Array as="points">
              <mxPoint x="-335" y="620" />
              <mxPoint x="125" y="620" />
            </Array>
          </mxGeometry>
        </mxCell>
        <mxCell id="api_on_3" value="same API" style="endArrow=open;dashed=1;html=1;rounded=0;edgeStyle=orthogonalEdgeStyle;exitX=0.5;exitY=0;exitDx=0;exitDy=0;" parent="1" source="PPO" target="OnPolicyAgent" edge="1">
          <mxGeometry relative="1" as="geometry">
            <mxPoint x="-350" y="1180" as="sourcePoint" />
            <mxPoint x="125" y="249.99999999999955" as="targetPoint" />
            <Array as="points">
              <mxPoint x="-350" y="1200" />
              <mxPoint x="125" y="1200" />
            </Array>
          </mxGeometry>
        </mxCell>
        <mxCell id="api_on_4" value="same API" style="endArrow=open;dashed=1;html=1;rounded=0;edgeStyle=orthogonalEdgeStyle;exitX=0.5;exitY=0;exitDx=0;exitDy=0;" parent="1" source="TRPO" target="OnPolicyAgent" edge="1">
          <mxGeometry relative="1" as="geometry">
            <mxPoint x="-335" y="890" as="sourcePoint" />
            <mxPoint x="125" y="250" as="targetPoint" />
            <Array as="points">
              <mxPoint x="-335" y="910" />
              <mxPoint x="125" y="910" />
            </Array>
          </mxGeometry>
        </mxCell>
        <mxCell id="api_off_1" value="same API" style="endArrow=open;dashed=1;html=1;rounded=0;edgeStyle=orthogonalEdgeStyle;exitX=0.5;exitY=0;exitDx=0;exitDy=0;" parent="1" source="DDPG" target="OffPolicyAgent" edge="1">
          <mxGeometry relative="1" as="geometry">
            <Array as="points">
              <mxPoint x="795" y="330" />
              <mxPoint x="1075" y="330" />
            </Array>
          </mxGeometry>
        </mxCell>
        <mxCell id="api_off_2" value="same API" style="endArrow=open;dashed=1;html=1;rounded=0;edgeStyle=orthogonalEdgeStyle;exitX=0.5;exitY=0;exitDx=0;exitDy=0;" parent="1" source="TD3" target="OffPolicyAgent" edge="1">
          <mxGeometry x="-0.5914" relative="1" as="geometry">
            <Array as="points">
              <mxPoint x="785" y="700" />
              <mxPoint x="1075" y="700" />
            </Array>
            <mxPoint x="1" as="offset" />
          </mxGeometry>
        </mxCell>
        <mxCell id="api_off_3" value="same API" style="endArrow=open;dashed=1;html=1;rounded=0;edgeStyle=orthogonalEdgeStyle;exitX=0.5;exitY=0;exitDx=0;exitDy=0;" parent="1" source="SAC" target="OffPolicyAgent" edge="1">
          <mxGeometry relative="1" as="geometry">
            <Array as="points">
              <mxPoint x="785" y="1000" />
              <mxPoint x="1075" y="1000" />
            </Array>
          </mxGeometry>
        </mxCell>
        <mxCell id="reinforce_policy" value="stochastic actor" style="startArrow=diamond;startFill=1;endArrow=open;html=1;rounded=0;edgeStyle=orthogonalEdgeStyle;exitX=0.75;exitY=1;exitDx=0;exitDy=0;entryX=0.25;entryY=0;entryDx=0;entryDy=0;" parent="1" source="REINFORCE" target="GaussianPolicyNetwork" edge="1">
          <mxGeometry x="-0.8683" relative="1" as="geometry">
            <mxPoint x="-291" y="580" as="sourcePoint" />
            <mxPoint x="-320" y="1810" as="targetPoint" />
            <Array as="points">
              <mxPoint x="-291" y="590" />
              <mxPoint x="-117" y="590" />
            </Array>
            <mxPoint as="offset" />
          </mxGeometry>
        </mxCell>
        <mxCell id="reinforce_buffer" value="trajectory" style="startArrow=diamond;startFill=1;endArrow=open;html=1;rounded=0;edgeStyle=orthogonalEdgeStyle;" parent="1" source="REINFORCE" target="EpisodeBuffer" edge="1">
          <mxGeometry x="-0.3295" relative="1" as="geometry">
            <mxPoint as="offset" />
          </mxGeometry>
        </mxCell>
        <mxCell id="a2c_policy" value="stochastic actor" style="startArrow=diamond;startFill=1;endArrow=open;html=1;rounded=0;edgeStyle=orthogonalEdgeStyle;exitX=0.75;exitY=1;exitDx=0;exitDy=0;entryX=0.25;entryY=0;entryDx=0;entryDy=0;" parent="1" source="A2C" target="GaussianPolicyNetwork" edge="1">
          <mxGeometry x="-0.8294" relative="1" as="geometry">
            <mxPoint x="-272.5" y="835" as="sourcePoint" />
            <mxPoint x="-79.92307692307713" y="1610" as="targetPoint" />
            <Array as="points">
              <mxPoint x="-272" y="850" />
              <mxPoint x="-117" y="850" />
            </Array>
            <mxPoint x="1" as="offset" />
          </mxGeometry>
        </mxCell>
        <mxCell id="a2c_value" value="V critic" style="startArrow=diamond;startFill=1;endArrow=open;html=1;rounded=0;edgeStyle=orthogonalEdgeStyle;exitX=0.25;exitY=1;exitDx=0;exitDy=0;" parent="1" source="A2C" target="ValueNetwork" edge="1">
          <mxGeometry x="-0.6766" relative="1" as="geometry">
            <Array as="points">
              <mxPoint x="-397" y="880" />
              <mxPoint x="-605" y="880" />
            </Array>
            <mxPoint as="offset" />
          </mxGeometry>
        </mxCell>
        <mxCell id="a2c_buffer" value="trajectory" style="startArrow=diamond;startFill=1;endArrow=open;html=1;rounded=0;edgeStyle=orthogonalEdgeStyle;" parent="1" source="A2C" target="EpisodeBuffer" edge="1">
          <mxGeometry x="-0.4909" relative="1" as="geometry">
            <mxPoint as="offset" />
          </mxGeometry>
        </mxCell>
        <mxCell id="ppo_policy" value="stochastic actor" style="startArrow=diamond;startFill=1;endArrow=open;html=1;rounded=0;edgeStyle=orthogonalEdgeStyle;exitX=0.75;exitY=1;exitDx=0;exitDy=0;entryX=0.25;entryY=0;entryDx=0;entryDy=0;" parent="1" source="PPO" target="GaussianPolicyNetwork" edge="1">
          <mxGeometry x="-0.6411" relative="1" as="geometry">
            <mxPoint x="-293" y="1430" as="sourcePoint" />
            <mxPoint x="-80.42000000000007" y="1611.5400000000009" as="targetPoint" />
            <Array as="points">
              <mxPoint x="-293" y="1460" />
              <mxPoint x="-117" y="1460" />
            </Array>
            <mxPoint as="offset" />
          </mxGeometry>
        </mxCell>
        <mxCell id="ppo_value" value="V critic" style="startArrow=diamond;startFill=1;endArrow=open;html=1;rounded=0;edgeStyle=orthogonalEdgeStyle;exitX=0.25;exitY=1;exitDx=0;exitDy=0;" parent="1" source="PPO" target="ValueNetwork" edge="1">
          <mxGeometry relative="1" as="geometry" />
        </mxCell>
        <mxCell id="ppo_buffer" value="trajectory" style="startArrow=diamond;startFill=1;endArrow=open;html=1;rounded=0;edgeStyle=orthogonalEdgeStyle;exitX=0;exitY=0.5;exitDx=0;exitDy=0;" parent="1" source="PPO" target="EpisodeBuffer" edge="1">
          <mxGeometry x="-0.6677" relative="1" as="geometry">
            <mxPoint x="-240" y="1270" as="sourcePoint" />
            <mxPoint as="offset" />
          </mxGeometry>
        </mxCell>
        <mxCell id="trpo_policy" value="stochastic actor" style="startArrow=diamond;startFill=1;endArrow=open;html=1;rounded=0;edgeStyle=orthogonalEdgeStyle;exitX=0.75;exitY=1;exitDx=0;exitDy=0;entryX=0.25;entryY=0;entryDx=0;entryDy=0;" parent="1" source="TRPO" target="GaussianPolicyNetwork" edge="1">
          <mxGeometry x="-0.7639" relative="1" as="geometry">
            <mxPoint x="-271.5" y="1150" as="sourcePoint" />
            <mxPoint x="-81" y="1610" as="targetPoint" />
            <Array as="points">
              <mxPoint x="-271" y="1170" />
              <mxPoint x="-117" y="1170" />
              <mxPoint x="-117" y="1610" />
            </Array>
            <mxPoint as="offset" />
          </mxGeometry>
        </mxCell>
        <mxCell id="trpo_value" value="V critic" style="startArrow=diamond;startFill=1;endArrow=open;html=1;rounded=0;edgeStyle=orthogonalEdgeStyle;exitX=0.25;exitY=1;exitDx=0;exitDy=0;" parent="1" source="TRPO" target="ValueNetwork" edge="1">
          <mxGeometry x="-0.5898" relative="1" as="geometry">
            <mxPoint x="-396.5" y="1150" as="sourcePoint" />
            <mxPoint x="-604" y="1540" as="targetPoint" />
            <Array as="points">
              <mxPoint x="-396" y="1160" />
              <mxPoint x="-604" y="1160" />
            </Array>
            <mxPoint as="offset" />
          </mxGeometry>
        </mxCell>
        <mxCell id="trpo_buffer" value="trajectory" style="startArrow=diamond;startFill=1;endArrow=open;html=1;rounded=0;edgeStyle=orthogonalEdgeStyle;exitX=0;exitY=0.25;exitDx=0;exitDy=0;" parent="1" source="TRPO" target="EpisodeBuffer" edge="1">
          <mxGeometry x="-0.5836" relative="1" as="geometry">
            <Array as="points">
              <mxPoint x="-980" y="985" />
            </Array>
            <mxPoint as="offset" />
          </mxGeometry>
        </mxCell>
        <mxCell id="trpo_utils_edge" value="trust-region math" style="endArrow=open;dashed=1;html=1;rounded=0;edgeStyle=orthogonalEdgeStyle;exitX=0;exitY=0.75;exitDx=0;exitDy=0;" parent="1" source="TRPO" target="TRPOUtils" edge="1">
          <mxGeometry x="-0.8065" relative="1" as="geometry">
            <mxPoint x="-430" y="1090" as="sourcePoint" />
            <Array as="points">
              <mxPoint x="-670" y="1095" />
              <mxPoint x="-670" y="1095" />
            </Array>
            <mxPoint as="offset" />
          </mxGeometry>
        </mxCell>
        <mxCell id="ddpg_actor" value="detActor + target" style="startArrow=diamond;startFill=1;endArrow=open;html=1;rounded=0;edgeStyle=orthogonalEdgeStyle;exitX=0.75;exitY=1;exitDx=0;exitDy=0;entryX=0.5;entryY=0;entryDx=0;entryDy=0;" parent="1" source="DDPG" target="DeterministicPolicyNetwork" edge="1">
          <mxGeometry x="-0.7814" relative="1" as="geometry">
            <Array as="points">
              <mxPoint x="858" y="640" />
              <mxPoint x="995" y="640" />
            </Array>
            <mxPoint as="offset" />
          </mxGeometry>
        </mxCell>
        <mxCell id="ddpg_critic" value="critic + target" style="startArrow=diamond;startFill=1;endArrow=open;html=1;rounded=0;edgeStyle=orthogonalEdgeStyle;exitX=0.25;exitY=1;exitDx=0;exitDy=0;" parent="1" source="DDPG" target="QNetwork" edge="1">
          <mxGeometry relative="1" as="geometry">
            <Array as="points">
              <mxPoint x="733" y="640" />
              <mxPoint x="560" y="640" />
            </Array>
          </mxGeometry>
        </mxCell>
        <mxCell id="ddpg_replay" value="transitions" style="startArrow=diamond;startFill=1;endArrow=open;html=1;rounded=0;edgeStyle=orthogonalEdgeStyle;exitX=0;exitY=0.25;exitDx=0;exitDy=0;" parent="1" source="DDPG" target="ReplayBuffer" edge="1">
          <mxGeometry x="-0.7288" relative="1" as="geometry">
            <mxPoint as="offset" />
          </mxGeometry>
        </mxCell>
        <mxCell id="ddpg_noise" value="exploration" style="startArrow=diamond;startFill=1;endArrow=open;html=1;rounded=0;edgeStyle=orthogonalEdgeStyle;" parent="1" source="DDPG" target="NormalNoiseDecayStrategy" edge="1">
          <mxGeometry relative="1" as="geometry" />
        </mxCell>
        <mxCell id="td3_actor" value="detActor + target" style="startArrow=diamond;startFill=1;endArrow=open;html=1;rounded=0;edgeStyle=orthogonalEdgeStyle;exitX=0.75;exitY=1;exitDx=0;exitDy=0;" parent="1" source="TD3" target="DeterministicPolicyNetwork" edge="1">
          <mxGeometry x="-0.6681" relative="1" as="geometry">
            <Array as="points">
              <mxPoint x="848" y="970" />
              <mxPoint x="995" y="970" />
            </Array>
            <mxPoint as="offset" />
          </mxGeometry>
        </mxCell>
        <mxCell id="td3_critic" value="twin critic + target" style="startArrow=diamond;startFill=1;endArrow=open;html=1;rounded=0;edgeStyle=orthogonalEdgeStyle;exitX=0.25;exitY=1;exitDx=0;exitDy=0;" parent="1" source="TD3" target="TwinQNetwork" edge="1">
          <mxGeometry relative="1" as="geometry">
            <Array as="points">
              <mxPoint x="722" y="960" />
              <mxPoint x="355" y="960" />
            </Array>
          </mxGeometry>
        </mxCell>
        <mxCell id="td3_replay" value="transitions" style="startArrow=diamond;startFill=1;endArrow=open;html=1;rounded=0;edgeStyle=orthogonalEdgeStyle;exitX=0;exitY=0.25;exitDx=0;exitDy=0;" parent="1" source="TD3" target="ReplayBuffer" edge="1">
          <mxGeometry x="-0.917" relative="1" as="geometry">
            <mxPoint as="offset" />
          </mxGeometry>
        </mxCell>
        <mxCell id="sac_policy" value="stochastic actor" style="startArrow=diamond;startFill=1;endArrow=open;html=1;rounded=0;edgeStyle=orthogonalEdgeStyle;entryX=0.25;entryY=0;entryDx=0;entryDy=0;" parent="1" source="SAC" target="GaussianPolicyNetwork" edge="1">
          <mxGeometry x="-0.923" relative="1" as="geometry">
            <mxPoint x="853" y="1075" as="sourcePoint" />
            <mxPoint x="-12" y="1610" as="targetPoint" />
            <Array as="points">
              <mxPoint x="-118" y="1170" />
            </Array>
            <mxPoint as="offset" />
          </mxGeometry>
        </mxCell>
        <mxCell id="sac_critic" value="critic1/critic2 + targets" style="startArrow=diamond;startFill=1;endArrow=open;html=1;rounded=0;edgeStyle=orthogonalEdgeStyle;exitX=0.25;exitY=1;exitDx=0;exitDy=0;" parent="1" source="SAC" target="QNetwork" edge="1">
          <mxGeometry x="-0.531" relative="1" as="geometry">
            <mxPoint x="787.5" y="1290" as="sourcePoint" />
            <mxPoint x="560" y="1640" as="targetPoint" />
            <Array as="points">
              <mxPoint x="720" y="1280" />
              <mxPoint x="720" y="1320" />
              <mxPoint x="560" y="1320" />
            </Array>
            <mxPoint as="offset" />
          </mxGeometry>
        </mxCell>
        <mxCell id="sac_replay" value="transitions" style="startArrow=diamond;startFill=1;endArrow=open;html=1;rounded=0;edgeStyle=orthogonalEdgeStyle;exitX=0;exitY=0.25;exitDx=0;exitDy=0;" parent="1" source="SAC" target="ReplayBuffer" edge="1">
          <mxGeometry x="-0.8571" y="5" relative="1" as="geometry">
            <mxPoint as="offset" />
          </mxGeometry>
        </mxCell>
        <mxCell id="sb3_wraps" value="wraps" style="startArrow=diamond;startFill=1;endArrow=open;html=1;rounded=0;edgeStyle=orthogonalEdgeStyle;" parent="1" source="SB3SAC" target="StableBaselinesSAC" edge="1">
          <mxGeometry relative="1" as="geometry" />
        </mxCell>
        <mxCell id="sb3_callback" value="training callback" style="startArrow=diamond;startFill=1;endArrow=open;html=1;rounded=0;edgeStyle=orthogonalEdgeStyle;" parent="1" source="SB3SAC" target="BestScoreCallback" edge="1">
          <mxGeometry relative="1" as="geometry" />
        </mxCell>
        <mxCell id="callback_inherits" value="" style="endArrow=block;endFill=0;html=1;rounded=0;edgeStyle=orthogonalEdgeStyle;" parent="1" source="BestScoreCallback" target="BaseCallback" edge="1">
          <mxGeometry relative="1" as="geometry" />
        </mxCell>
        <mxCell id="mixed_real_synth" value="real + synth buffers" style="startArrow=diamond;startFill=1;endArrow=open;html=1;rounded=0;edgeStyle=orthogonalEdgeStyle;" parent="1" source="MixedReplayBuffer" target="ReplayBuffer" edge="1">
          <mxGeometry relative="1" as="geometry" />
        </mxCell>
        <mxCell id="mbpo_inherits_api" value="delegates to agent" style="endArrow=open;dashed=1;html=1;rounded=0;edgeStyle=orthogonalEdgeStyle;" parent="1" source="MBPO" target="OffPolicyAgent" edge="1">
          <mxGeometry relative="1" as="geometry" />
        </mxCell>
        <mxCell id="mbpo_mixed" value="replaces agent.replay" style="startArrow=diamond;startFill=1;endArrow=open;html=1;rounded=0;edgeStyle=orthogonalEdgeStyle;" parent="1" source="MBPO" target="MixedReplayBuffer" edge="1">
          <mxGeometry relative="1" as="geometry" />
        </mxCell>
        <mxCell id="mbpo_agent" value="agent SAC/TD3-like" style="startArrow=diamond;startFill=0;endArrow=open;html=1;rounded=0;edgeStyle=orthogonalEdgeStyle;" parent="1" source="MBPO" target="OffPolicyAgent" edge="1">
          <mxGeometry relative="1" as="geometry" />
        </mxCell>
        <mxCell id="mbpo_sim" value="owns simulator" style="startArrow=diamond;startFill=1;endArrow=open;html=1;rounded=0;edgeStyle=orthogonalEdgeStyle;" parent="1" source="MBPO" target="SurrogateBeamSimulator" edge="1">
          <mxGeometry relative="1" as="geometry" />
        </mxCell>
        <mxCell id="sim_models" value="ensemble" style="startArrow=diamond;startFill=0;endArrow=open;html=1;rounded=0;edgeStyle=orthogonalEdgeStyle;" parent="1" source="SurrogateBeamSimulator" target="ModularMLP" edge="1">
          <mxGeometry relative="1" as="geometry" />
        </mxCell>
-         <mxCell id="sim_dataset" value="beam0 source" style="startArrow=diamond;startFill=0;endArrow=open;html=1;rounded=0;edgeStyle=orthogonalEdgeStyle;" parent="1" source="SurrogateBeamSimulator" target="SurrogateTrainingDataset" edge="1">
+         <mxCell id="sim_dataset" value="beam0 source" style="startArrow=diamond;startFill=0;endArrow=open;html=1;rounded=0;edgeStyle=orthogonalEdgeStyle;" parent="1" source="SurrogateBeamSimulator" target="BeamDataset" edge="1">
          <mxGeometry relative="1" as="geometry">
            <Array as="points">
              <mxPoint x="2810" y="460" />
              <mxPoint x="2810" y="460" />
            </Array>
          </mxGeometry>
        </mxCell>
        <mxCell id="mbpo_update_inherits" value="" style="endArrow=block;endFill=0;html=1;rounded=0;edgeStyle=orthogonalEdgeStyle;" parent="1" source="MBPOWithModelUpdate" target="MBPO" edge="1">
          <mxGeometry relative="1" as="geometry" />
        </mxCell>
-         <mxCell id="mbpo_update_dataset" value="updater owns offline + online" style="startArrow=diamond;startFill=1;endArrow=open;html=1;rounded=0;edgeStyle=orthogonalEdgeStyle;" parent="1" source="MBPOWithModelUpdate" target="SurrogateTrainingDataset" edge="1">
+         <mxCell id="mbpo_update_dataset" value="updater owns offline + online" style="startArrow=diamond;startFill=1;endArrow=open;html=1;rounded=0;edgeStyle=orthogonalEdgeStyle;" parent="1" source="MBPOWithModelUpdate" target="BeamDataset" edge="1">
          <mxGeometry relative="1" as="geometry" />
        </mxCell>
        <mxCell id="mbpo_update_tracewin" value="sim_result" style="endArrow=open;html=1;rounded=0;edgeStyle=orthogonalEdgeStyle;" parent="1" source="MBPOWithModelUpdate" target="BeamSimulationResult" edge="1">
          <mxGeometry relative="1" as="geometry" />
        </mxCell>
        <mxCell id="svg_policy" value="stochastic actor" style="startArrow=diamond;startFill=1;endArrow=open;html=1;rounded=0;edgeStyle=orthogonalEdgeStyle;entryX=0.75;entryY=0;entryDx=0;entryDy=0;exitX=0.25;exitY=1;exitDx=0;exitDy=0;" parent="1" source="SVGAgent" target="GaussianPolicyNetwork" edge="1">
          <mxGeometry relative="1" as="geometry">
            <mxPoint x="1790" y="1740" as="sourcePoint" />
            <mxPoint x="-16.99999999999909" y="1610" as="targetPoint" />
            <Array as="points">
              <mxPoint x="3408" y="1870" />
              <mxPoint x="48" y="1870" />
            </Array>
          </mxGeometry>
        </mxCell>
        <mxCell id="svg_sim" value="owns simulator" style="startArrow=diamond;startFill=1;endArrow=open;html=1;rounded=0;edgeStyle=orthogonalEdgeStyle;entryX=1;entryY=0.5;entryDx=0;entryDy=0;" parent="1" source="SVGAgent" target="SurrogateBeamSimulator" edge="1">
          <mxGeometry relative="1" as="geometry">
            <Array as="points">
              <mxPoint x="3505" y="150" />
            </Array>
          </mxGeometry>
        </mxCell>
-         <mxCell id="svg_dataset" value="initial beams" style="startArrow=diamond;startFill=0;endArrow=open;html=1;rounded=0;edgeStyle=orthogonalEdgeStyle;" parent="1" source="SVGAgent" target="SurrogateTrainingDataset" edge="1">
+         <mxCell id="svg_dataset" value="initial beams" style="startArrow=diamond;startFill=0;endArrow=open;html=1;rounded=0;edgeStyle=orthogonalEdgeStyle;" parent="1" source="SVGAgent" target="BeamDataset" edge="1">
          <mxGeometry relative="1" as="geometry" />
        </mxCell>
        <mxCell id="svg_returns" value="returns" style="endArrow=open;html=1;rounded=0;edgeStyle=orthogonalEdgeStyle;" parent="1" source="SVGAgent" target="SVGResult" edge="1">
          <mxGeometry relative="1" as="geometry" />
        </mxCell>
        <mxCell id="pso_calls" value="calls" style="endArrow=open;html=1;rounded=0;edgeStyle=orthogonalEdgeStyle;" parent="1" source="PSOOptimizer" target="ObjectiveFunction" edge="1">
          <mxGeometry relative="1" as="geometry" />
        </mxCell>
        <mxCell id="pso_returns" value="returns" style="endArrow=open;html=1;rounded=0;edgeStyle=orthogonalEdgeStyle;" parent="1" source="PSOOptimizer" target="PSOResult" edge="1">
          <mxGeometry relative="1" as="geometry" />
        </mxCell>
        <mxCell id="bo_calls" value="calls" style="endArrow=open;html=1;rounded=0;edgeStyle=orthogonalEdgeStyle;" parent="1" source="BayesianOptimizer" target="ObjectiveFunction" edge="1">
          <mxGeometry relative="1" as="geometry" />
        </mxCell>
        <mxCell id="bo_returns" value="returns" style="endArrow=open;html=1;rounded=0;edgeStyle=orthogonalEdgeStyle;" parent="1" source="BayesianOptimizer" target="BOResult" edge="1">
          <mxGeometry relative="1" as="geometry" />
        </mxCell>
        <mxCell id="TRPOUtils" value="&amp;lt;&amp;lt;module&amp;gt;&amp;gt;&lt;br&gt;&lt;b&gt;trpo_utils&lt;/b&gt;" style="swimlane;html=1;whiteSpace=wrap;collapsible=0;recursiveResize=0;childLayout=stackLayout;horizontal=1;startSize=34;align=center;verticalAlign=top;spacing=8;fontStyle=1;fillColor=#e1d5e7;strokeColor=#9673a6;fontSize=12;fontColor=#333333;" parent="1" vertex="1">
          <mxGeometry x="-1400" y="1004" width="320" height="196" as="geometry" />
        </mxCell>
        <mxCell id="TRPOUtils_body" value="&lt;b&gt;functions&lt;/b&gt;&lt;br&gt;+ conjugate_gradient(...)&lt;br&gt;+ fisher_vector_product(...)&lt;br&gt;+ compute_kl_divergence(...)&lt;br&gt;+ get_flat_params(...) / set_flat_params(...)&lt;br&gt;+ get_flat_grad(...)&lt;br&gt;+ line_search(...)" style="text;html=1;strokeColor=#9673a6;fillColor=#e1d5e7;align=left;verticalAlign=top;whiteSpace=wrap;spacing=8;fontSize=12;overflow=fill;" parent="TRPOUtils" vertex="1" connectable="0">
          <mxGeometry y="34" width="320" height="162" as="geometry" />
        </mxCell>
        <mxCell id="SAC" value="&lt;b&gt;SAC&lt;/b&gt;" style="swimlane;html=1;whiteSpace=wrap;collapsible=0;recursiveResize=0;childLayout=stackLayout;horizontal=1;startSize=34;align=center;verticalAlign=top;spacing=8;fontStyle=1;fillColor=#d5e8d4;strokeColor=#82b366;fontSize=12;fontColor=#333333;" parent="1" vertex="1">
          <mxGeometry x="660" y="1050" width="250" height="230" as="geometry" />
        </mxCell>
        <mxCell id="SAC_body" value="&lt;b&gt;attributes&lt;/b&gt;&lt;br&gt;+ policy : stocActor&lt;br&gt;+ critic1 / critic2 : QNetwork&lt;br&gt;+ tc1 / tc2 target critics&lt;br&gt;+ actor_opt / critic*_opt / alpha_opt&lt;br&gt;+ target_entropy&lt;br&gt;+ replay : ReplayBuffer&lt;br&gt;&lt;hr&gt;&lt;b&gt;methods&lt;/b&gt;&lt;br&gt;+ select_action(state, training)&lt;br&gt;+ store(s, a, r, ns, done)&lt;br&gt;+ optimize()&lt;br&gt;+ save(path) / load(path)" style="text;html=1;strokeColor=#82b366;fillColor=#d5e8d4;align=left;verticalAlign=top;whiteSpace=wrap;spacing=8;fontSize=12;overflow=fill;" parent="SAC" vertex="1" connectable="0">
          <mxGeometry y="34" width="250" height="196" as="geometry" />
        </mxCell>
      </root>
    </mxGraphModel>
  </diagram>
</mxfile>
